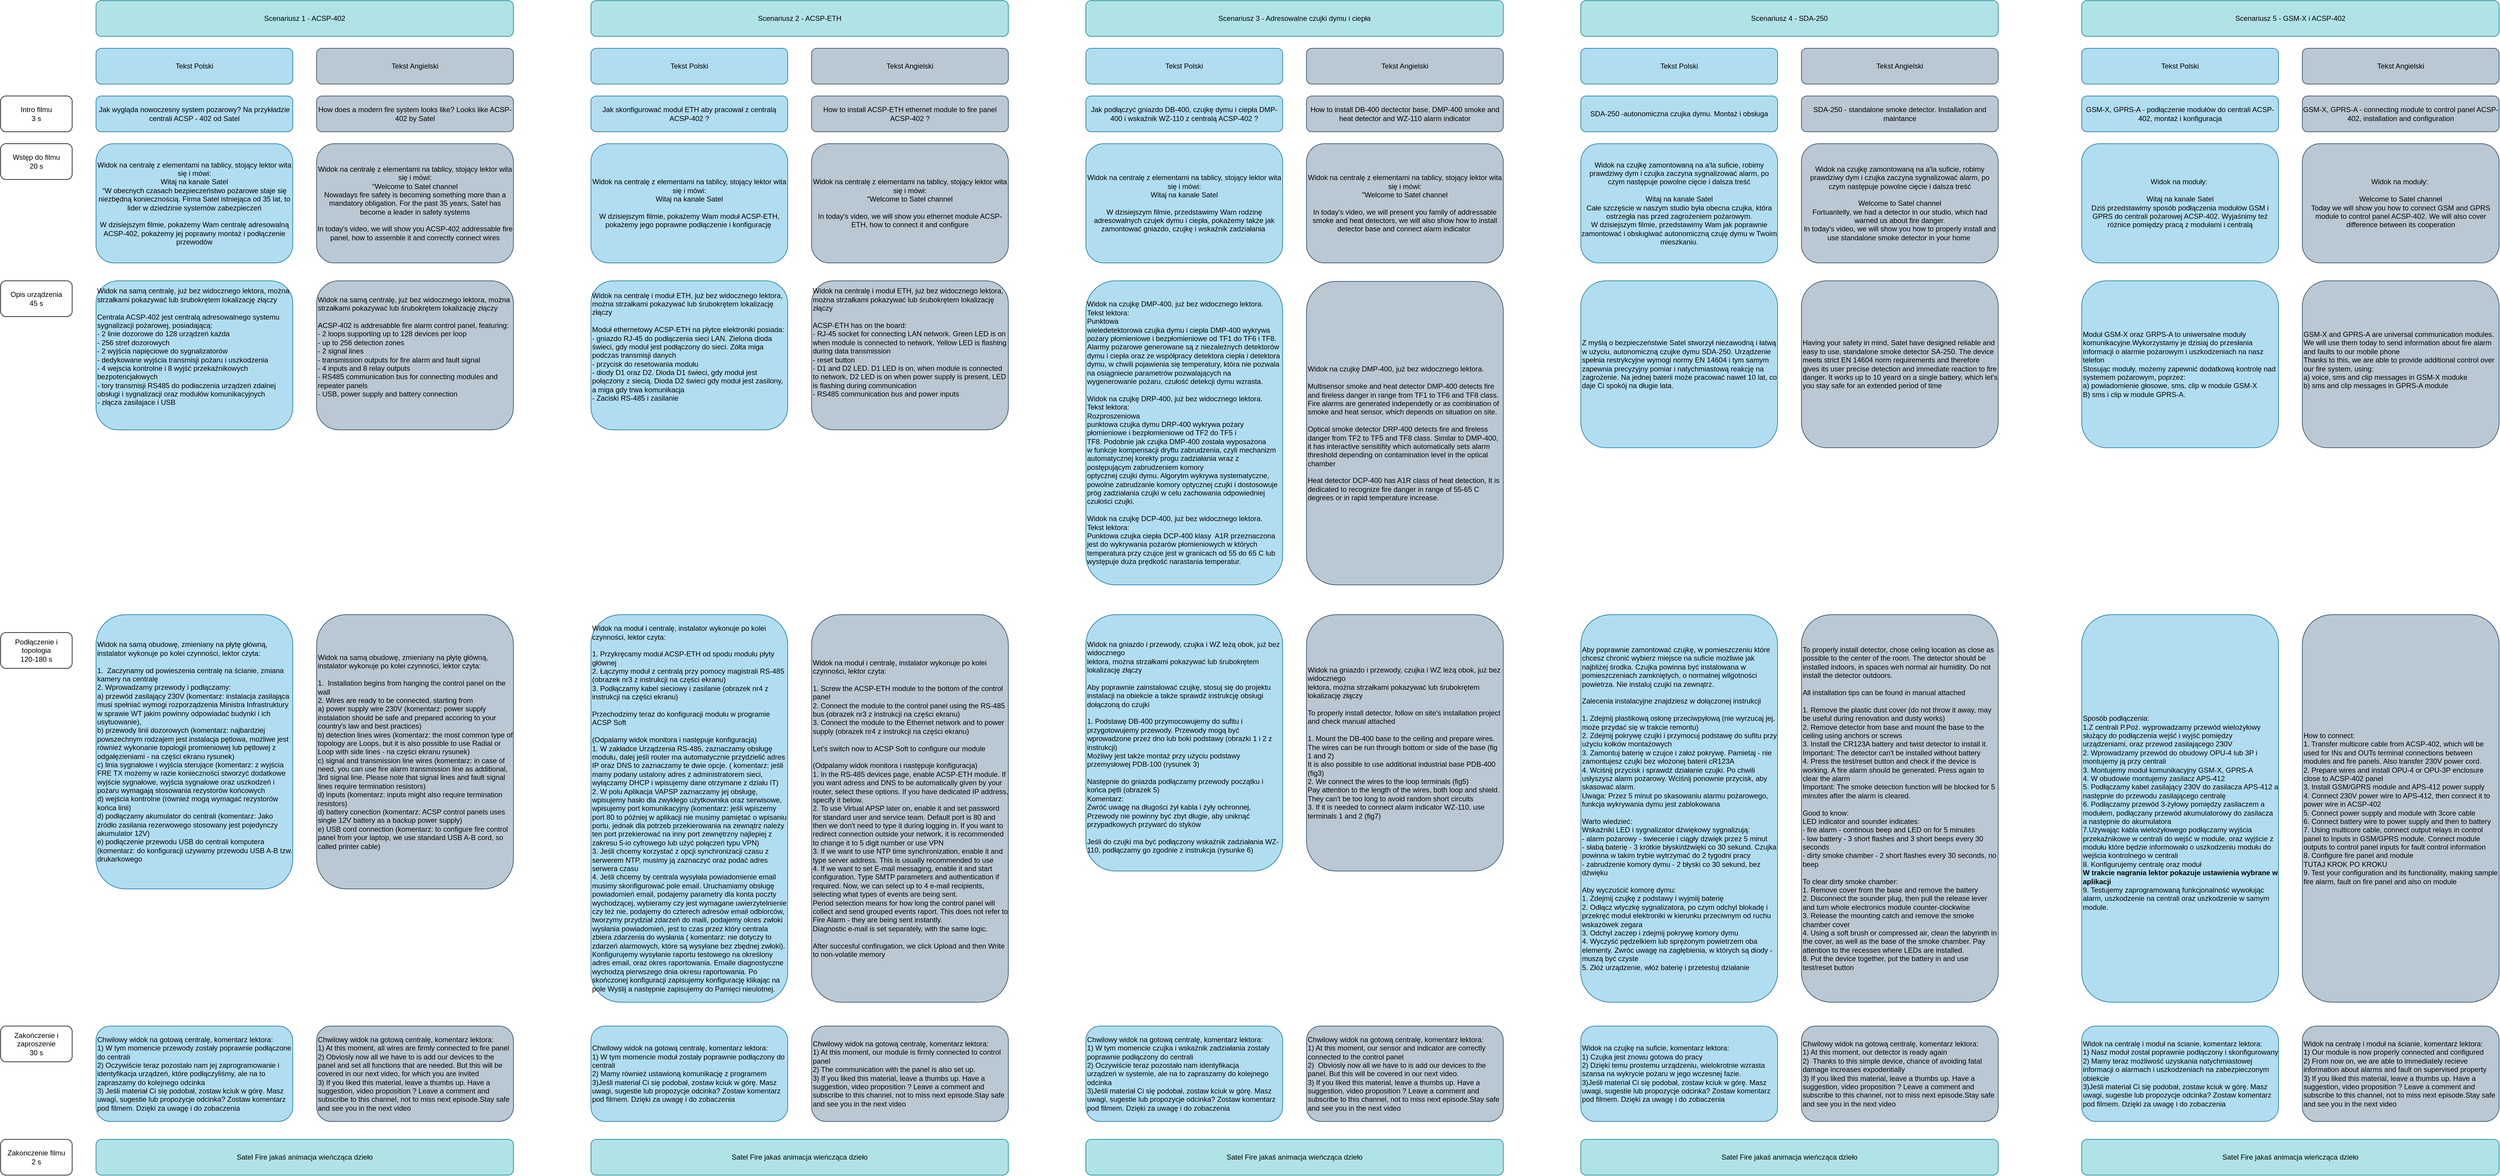
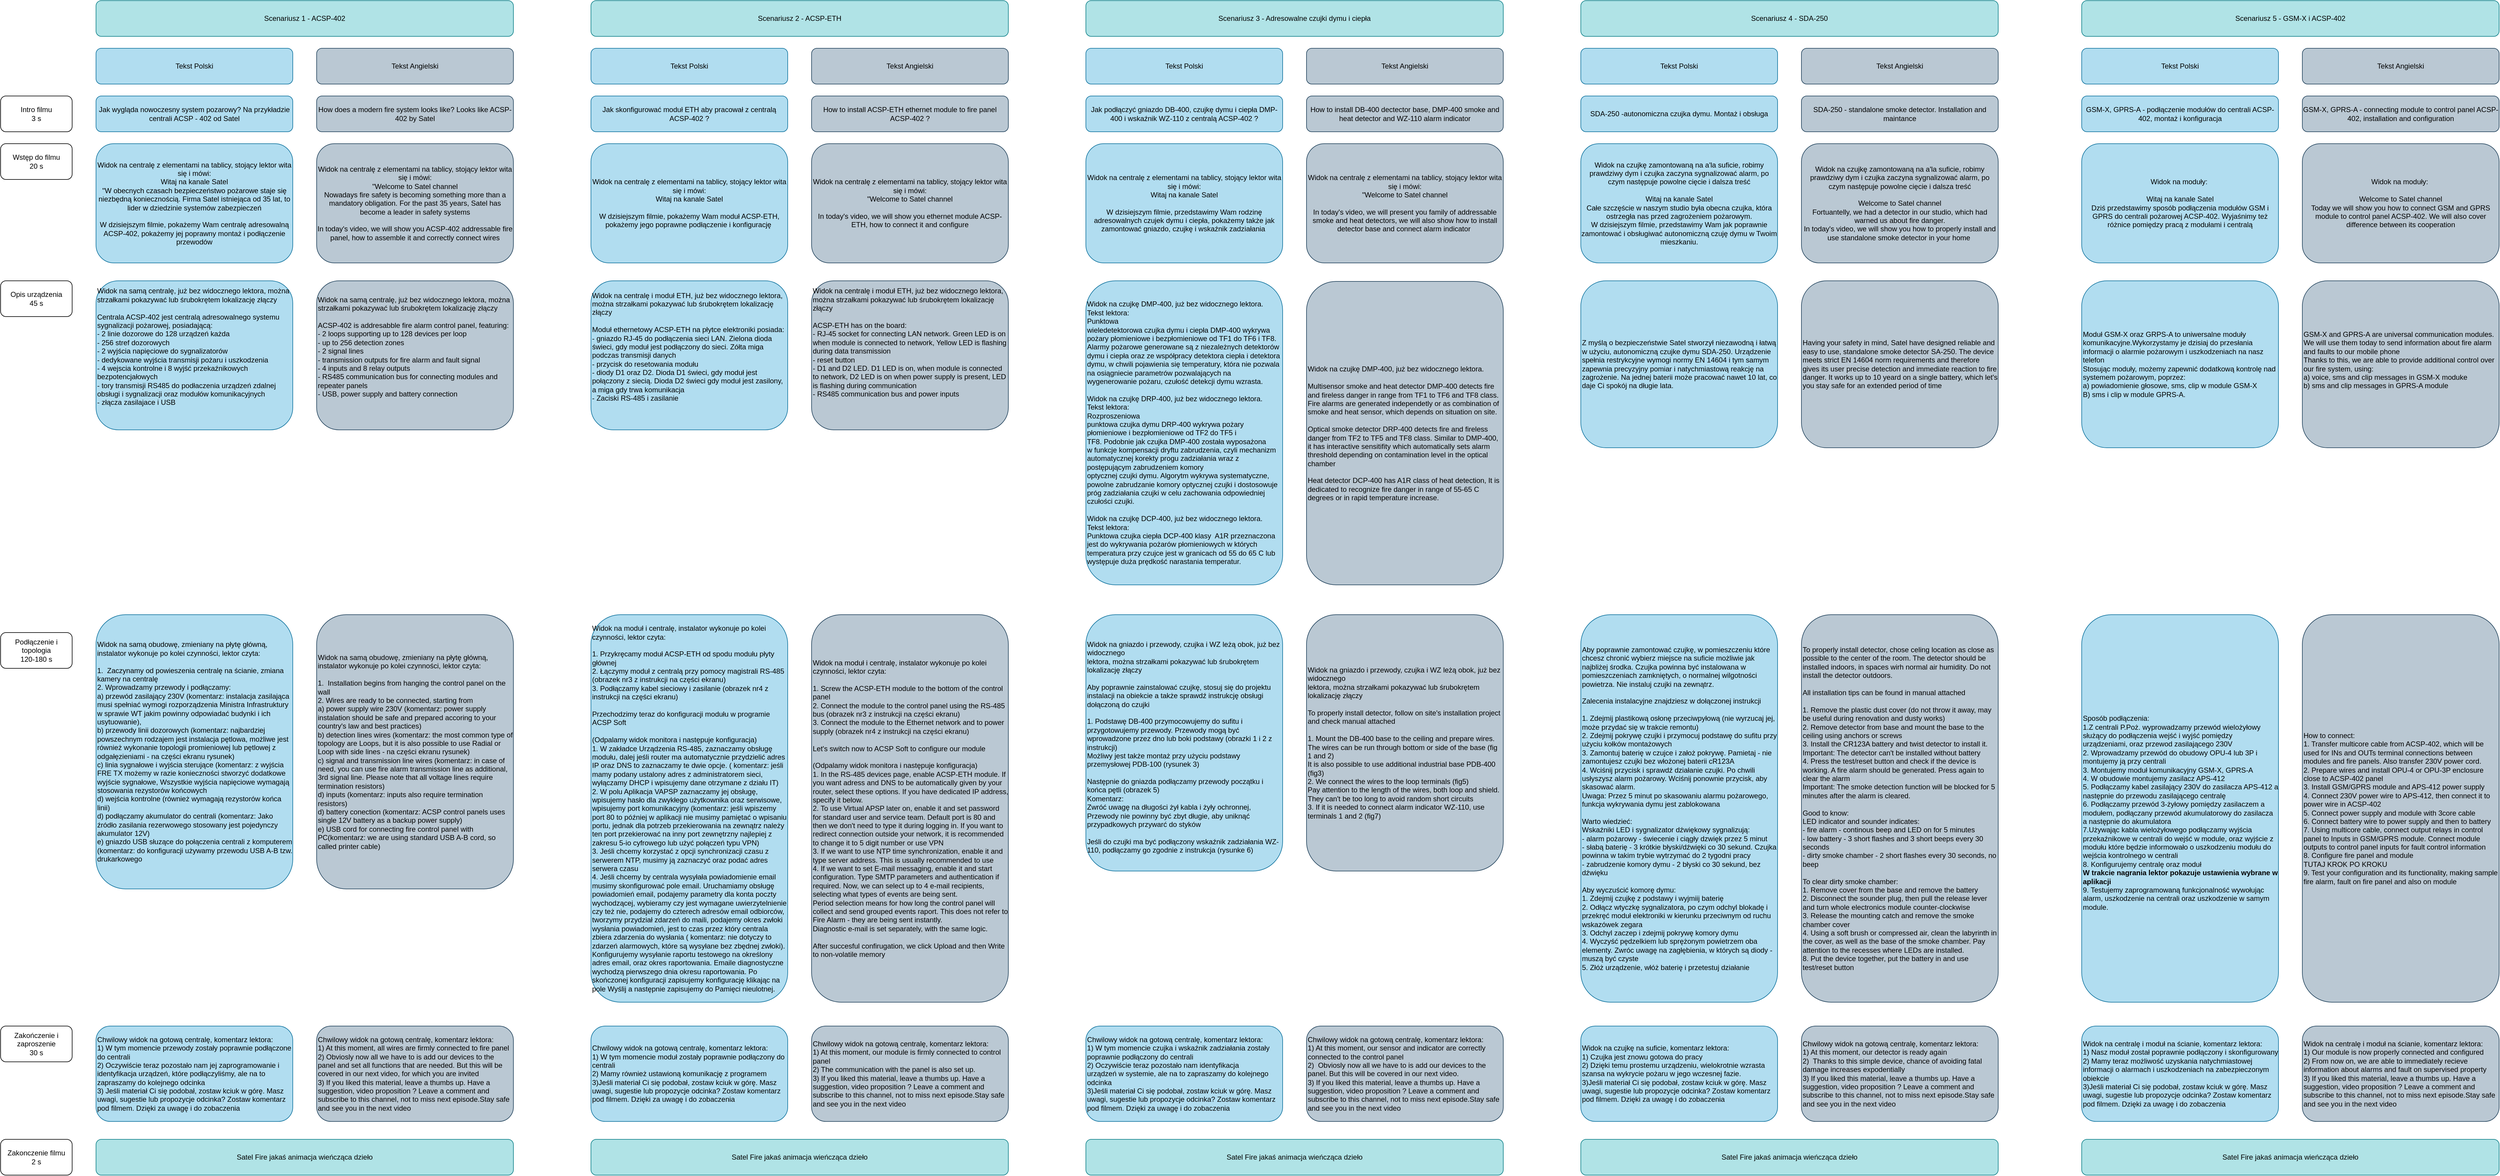
<mxfile host="app.diagrams.net">
  <diagram name="Strona-1" id="z8KAe0LmT8Zc7_pRFNcT">
-     <mxGraphModel dx="3213" dy="3315" grid="1" gridSize="10" guides="1" tooltips="1" connect="1" arrows="1" fold="1" page="1" pageScale="1" pageWidth="827" pageHeight="1169" math="0" shadow="0">
+     <mxGraphModel dx="520" dy="1884" grid="1" gridSize="10" guides="1" tooltips="1" connect="1" arrows="1" fold="1" page="1" pageScale="1" pageWidth="827" pageHeight="1169" math="0" shadow="0">
      <root>
        <mxCell id="0" />
        <mxCell id="1" parent="0" />
-         <mxCell id="0EHHFv7u1sgkDXgEne3z-1" parent="1" style="rounded=1;whiteSpace=wrap;html=1;align=left;fillColor=#b1ddf0;strokeColor=#10739e;" value="&lt;div align=&quot;left&quot;&gt;Widok na samą obudowę, zmieniany na płytę główną, instalator wykonuje po kolei czynności, lektor czyta:&lt;/div&gt;&lt;div align=&quot;left&quot;&gt;&lt;br&gt;&lt;/div&gt;&lt;div align=&quot;left&quot;&gt;1.&amp;nbsp; Zaczynamy od powieszenia centralę na ścianie, zmiana kamery na centralę&lt;/div&gt;&lt;div align=&quot;left&quot;&gt;2. Wprowadzamy przewody i podłączamy:&amp;nbsp;&lt;/div&gt;&lt;div align=&quot;left&quot;&gt;a) przewód zasilający 230V (komentarz: instalacja zasilająca musi spełniać wymogi rozporządzenia Ministra Infrastruktury w sprawie WT jakim powinny odpowiadać budynki i ich usytuowanie),&amp;nbsp;&lt;/div&gt;&lt;div align=&quot;left&quot;&gt;b) przewody linii dozorowych (komentarz: najbardziej powszechnym rodzajem jest instalacja pętlowa, możliwe jest również wykonanie topologii promieniowej lub pętlowej z odgałęzieniami - na części ekranu rysunek)&lt;/div&gt;&lt;div align=&quot;left&quot;&gt;c) linia sygnałowe i wyjścia sterujące (komentarz: z wyjścia FRE TX możemy w razie konieczności stworzyć dodatkowe wyjście sygnałowe, wyjścia sygnałowe oraz uszkodzeń i pożaru wymagają stosowania rezystorów końcowych&lt;/div&gt;&lt;div align=&quot;left&quot;&gt;d) wejścia kontrolne (również mogą wymagać rezystorów końca linii)&lt;/div&gt;&lt;div align=&quot;left&quot;&gt;d) podłączamy akumulator do centrali (komentarz:&amp;nbsp;Jako źródło zasilania rezerwowego stosowany jest pojedynczy akumulator 12V)&lt;/div&gt;&lt;div align=&quot;left&quot;&gt;e) podłączenie przewodu USB do centrali komputera (komentarz: do konfiguracji używamy przewodu USB A-B tzw. drukarkowego&lt;/div&gt;" vertex="1">
+         <mxCell id="0EHHFv7u1sgkDXgEne3z-1" parent="1" style="rounded=1;whiteSpace=wrap;html=1;align=left;fillColor=#b1ddf0;strokeColor=#10739e;" value="&lt;div align=&quot;left&quot;&gt;Widok na samą obudowę, zmieniany na płytę główną, instalator wykonuje po kolei czynności, lektor czyta:&lt;/div&gt;&lt;div align=&quot;left&quot;&gt;&lt;br&gt;&lt;/div&gt;&lt;div align=&quot;left&quot;&gt;1.&amp;nbsp; Zaczynamy od powieszenia centralę na ścianie, zmiana kamery na centralę&lt;/div&gt;&lt;div align=&quot;left&quot;&gt;2. Wprowadzamy przewody i podłączamy:&amp;nbsp;&lt;/div&gt;&lt;div align=&quot;left&quot;&gt;a) przewód zasilający 230V (komentarz: instalacja zasilająca musi spełniać wymogi rozporządzenia Ministra Infrastruktury w sprawie WT jakim powinny odpowiadać budynki i ich usytuowanie),&amp;nbsp;&lt;/div&gt;&lt;div align=&quot;left&quot;&gt;b) przewody linii dozorowych (komentarz: najbardziej powszechnym rodzajem jest instalacja pętlowa, możliwe jest również wykonanie topologii promieniowej lub pętlowej z odgałęzieniami - na części ekranu rysunek)&lt;/div&gt;&lt;div align=&quot;left&quot;&gt;c) linia sygnałowe i wyjścia sterujące (komentarz: z wyjścia FRE TX możemy w razie konieczności stworzyć dodatkowe wyjście sygnałowe, Wszystkie wyjścia napięciowe wymagają stosowania rezystorów końcowych&lt;/div&gt;&lt;div align=&quot;left&quot;&gt;d) wejścia kontrolne (również wymagają rezystorów końca linii)&lt;/div&gt;&lt;div align=&quot;left&quot;&gt;d) podłączamy akumulator do centrali (komentarz:&amp;nbsp;Jako źródło zasilania rezerwowego stosowany jest pojedynczy akumulator 12V)&lt;/div&gt;&lt;div align=&quot;left&quot;&gt;e) gniazdo USB słuzące do połączenia centrali z komputerem (komentarz: do konfiguracji używamy przewodu USB A-B tzw. drukarkowego&lt;/div&gt;" vertex="1">
          <mxGeometry height="460" width="330" x="1080" y="910" as="geometry" />
        </mxCell>
        <mxCell id="0EHHFv7u1sgkDXgEne3z-2" parent="1" style="rounded=1;whiteSpace=wrap;html=1;fillColor=#b1ddf0;strokeColor=#10739e;" value="&lt;div&gt;Jak wygląda nowoczesny system pozarowy? Na przykładzie centrali ACSP - 402 od Satel&lt;/div&gt;" vertex="1">
          <mxGeometry height="60" width="330" x="1080" y="40" as="geometry" />
        </mxCell>
        <mxCell id="0EHHFv7u1sgkDXgEne3z-3" parent="1" style="rounded=1;whiteSpace=wrap;html=1;" value="&lt;div&gt;Wstęp do filmu&lt;/div&gt;&lt;div&gt;20 s&lt;/div&gt;" vertex="1">
          <mxGeometry height="60" width="120" x="920" y="120" as="geometry" />
        </mxCell>
        <mxCell id="0EHHFv7u1sgkDXgEne3z-4" parent="1" style="rounded=1;whiteSpace=wrap;html=1;fillColor=#b1ddf0;strokeColor=#10739e;" value="&lt;div&gt;Widok na centralę z elementami na tablicy, stojący lektor wita się i mówi:&lt;/div&gt;&lt;div&gt;Witaj na kanale Satel&lt;/div&gt;&lt;div&gt;&quot;W obecnych czasach bezpieczeństwo pożarowe staje się niezbędną koniecznością. Firma Satel istniejąca od 35 lat, to lider w dziedzinie systemów zabezpieczeń&lt;/div&gt;&lt;div&gt;&lt;br&gt;&lt;/div&gt;&lt;div&gt;W dzisiejszym filmie, pokażemy Wam centralę adresowalną ACSP-402, pokażemy jej poprawny montaż i podłączenie przewodów&lt;/div&gt;" vertex="1">
          <mxGeometry height="200" width="330" x="1080" y="120" as="geometry" />
        </mxCell>
        <mxCell id="0EHHFv7u1sgkDXgEne3z-5" parent="1" style="rounded=1;whiteSpace=wrap;html=1;" value="&lt;div&gt;Opis urządzenia&lt;/div&gt;&lt;div&gt;45 s&lt;/div&gt;" vertex="1">
          <mxGeometry height="60" width="120" x="920" y="350" as="geometry" />
        </mxCell>
        <mxCell id="0EHHFv7u1sgkDXgEne3z-6" parent="1" style="rounded=1;whiteSpace=wrap;html=1;align=left;fillColor=#b1ddf0;strokeColor=#10739e;" value="&lt;div align=&quot;left&quot;&gt;Widok na samą centralę, już bez widocznego lektora, można strzałkami pokazywać lub śrubokrętem lokalizację złączy&lt;/div&gt;&lt;div align=&quot;left&quot;&gt;&lt;br&gt;&lt;/div&gt;&lt;div align=&quot;left&quot;&gt;Centrala ACSP-402 jest centralą adresowalnego systemu sygnalizacji pożarowej, posiadającą:&lt;/div&gt;&lt;div align=&quot;left&quot;&gt;- 2 linie dozorowe do 128 urządzeń każda&lt;/div&gt;&lt;div align=&quot;left&quot;&gt;- 256 stref dozorowych&lt;/div&gt;&lt;div align=&quot;left&quot;&gt;- 2 wyjścia napięciowe do sygnalizatorów&lt;/div&gt;&lt;div align=&quot;left&quot;&gt;- dedykowane wyjścia transmisji pożaru i uszkodzenia&lt;/div&gt;&lt;div align=&quot;left&quot;&gt;- 4 wejscia kontrolne i 8 wyjść przekaźnikowych bezpotencjałowych&lt;/div&gt;&lt;div align=&quot;left&quot;&gt;- tory transmisji RS485 do podłaczenia urządzeń zdalnej obsługi i sygnalizacji oraz modułów komunikacyjnych&amp;nbsp;&lt;/div&gt;&lt;div align=&quot;left&quot;&gt;- złącza zasilajace i USB&lt;/div&gt;&lt;div align=&quot;left&quot;&gt;&lt;br&gt;&lt;/div&gt;&lt;div align=&quot;left&quot;&gt;&lt;br&gt;&lt;/div&gt;" vertex="1">
          <mxGeometry height="250" width="330" x="1080" y="350" as="geometry" />
        </mxCell>
        <mxCell id="0EHHFv7u1sgkDXgEne3z-7" parent="1" style="rounded=1;whiteSpace=wrap;html=1;" value="&lt;div&gt;Podłączenie i topologia&lt;/div&gt;&lt;div&gt;120-180 s&lt;/div&gt;" vertex="1">
          <mxGeometry height="60" width="120" x="920" y="940" as="geometry" />
        </mxCell>
        <mxCell id="0EHHFv7u1sgkDXgEne3z-8" parent="1" style="rounded=1;whiteSpace=wrap;html=1;" value="&lt;div&gt;Intro filmu&lt;/div&gt;&lt;div&gt;3 s&lt;/div&gt;" vertex="1">
          <mxGeometry height="60" width="120" x="920" y="40" as="geometry" />
        </mxCell>
        <mxCell id="0EHHFv7u1sgkDXgEne3z-9" parent="1" style="rounded=1;whiteSpace=wrap;html=1;fillColor=#b1ddf0;strokeColor=#10739e;" value="Tekst Polski" vertex="1">
          <mxGeometry height="60" width="330" x="1080" y="-40" as="geometry" />
        </mxCell>
        <mxCell id="0EHHFv7u1sgkDXgEne3z-10" parent="1" style="rounded=1;whiteSpace=wrap;html=1;fillColor=#bac8d3;strokeColor=#23445d;" value="Tekst Angielski" vertex="1">
          <mxGeometry height="60" width="330" x="1450" y="-40" as="geometry" />
        </mxCell>
        <mxCell id="0EHHFv7u1sgkDXgEne3z-11" parent="1" style="rounded=1;whiteSpace=wrap;html=1;fillColor=#b0e3e6;strokeColor=#0e8088;" value="Scenariusz 1 - ACSP-402" vertex="1">
          <mxGeometry height="60" width="700" x="1080" y="-120" as="geometry" />
        </mxCell>
        <mxCell id="0EHHFv7u1sgkDXgEne3z-12" parent="1" style="rounded=1;whiteSpace=wrap;html=1;" value="&lt;div&gt;Zakończenie i zaproszenie&lt;/div&gt;&lt;div&gt;30 s&lt;/div&gt;" vertex="1">
          <mxGeometry height="60" width="120" x="920" y="1600" as="geometry" />
        </mxCell>
        <mxCell id="0EHHFv7u1sgkDXgEne3z-13" parent="1" style="rounded=1;whiteSpace=wrap;html=1;align=left;fillColor=#b1ddf0;strokeColor=#10739e;" value="&lt;div&gt;Chwilowy widok na gotową centralę, komentarz lektora:&lt;/div&gt;&lt;div&gt;1) W tym momencie przewody zostały poprawnie podłączone do centrali&lt;/div&gt;&lt;div&gt;2) Oczywiście teraz pozostało nam jej zaprogramowanie i identyfikacja urządzeń, które podłączyliśmy, ale na to zapraszamy do kolejnego odcinka&lt;/div&gt;&lt;div&gt;3) Jeśli materiał Ci się podobał, zostaw kciuk w górę. Masz uwagi, sugestie lub propozycje odcinka? Zostaw komentarz pod filmem. Dzięki za uwagę i do zobaczenia&lt;/div&gt;" vertex="1">
          <mxGeometry height="160" width="330" x="1080" y="1600" as="geometry" />
        </mxCell>
        <mxCell id="0EHHFv7u1sgkDXgEne3z-14" parent="1" style="rounded=1;whiteSpace=wrap;html=1;fillColor=#b0e3e6;strokeColor=#0e8088;" value="Satel Fire jakaś animacja wieńcząca dzieło" vertex="1">
          <mxGeometry height="60" width="700" x="1080" y="1790" as="geometry" />
        </mxCell>
        <mxCell id="0EHHFv7u1sgkDXgEne3z-15" parent="1" style="rounded=1;whiteSpace=wrap;html=1;" value="&lt;div&gt;Zakonczenie filmu&lt;/div&gt;&lt;div&gt;2 s&lt;/div&gt;" vertex="1">
          <mxGeometry height="60" width="120" x="920" y="1790" as="geometry" />
        </mxCell>
        <mxCell id="0EHHFv7u1sgkDXgEne3z-16" parent="1" style="rounded=1;whiteSpace=wrap;html=1;align=left;fillColor=#bac8d3;strokeColor=#23445d;" value="&lt;div&gt;Chwilowy widok na gotową centralę, komentarz lektora:&lt;/div&gt;&lt;div&gt;1) At this moment, all wires are firmly connected to fire panel&lt;/div&gt;&lt;div&gt;2) Obviosly now all we have to is add our devices to the panel and set all functions that are needed. But this will be covered in our next video, for which you are invited&amp;nbsp;&lt;/div&gt;&lt;div&gt;3) If you liked this material, leave a thumbs up. Have a suggestion, video proposition ? Leave a comment and subscribe to this channel, not to miss next episode.Stay safe and see you in the next video&lt;/div&gt;" vertex="1">
          <mxGeometry height="160" width="330" x="1450" y="1600" as="geometry" />
        </mxCell>
        <mxCell id="0EHHFv7u1sgkDXgEne3z-17" parent="1" style="rounded=1;whiteSpace=wrap;html=1;fillColor=#bac8d3;strokeColor=#23445d;" value="How does a modern fire system looks like? Looks like ACSP-402 by Satel" vertex="1">
          <mxGeometry height="60" width="330" x="1450" y="40" as="geometry" />
        </mxCell>
        <mxCell id="0EHHFv7u1sgkDXgEne3z-18" parent="1" style="rounded=1;whiteSpace=wrap;html=1;fillColor=#bac8d3;strokeColor=#23445d;" value="&lt;div&gt;Widok na centralę z elementami na tablicy, stojący lektor wita się i mówi:&lt;/div&gt;&lt;div&gt;&quot;Welcome to Satel channel&lt;/div&gt;&lt;div&gt;Nowadays fire safety is becoming something more than a mandatory obligation. For the past 35 years, Satel has become a leader in safety systems&lt;/div&gt;&lt;div&gt;&lt;br&gt;&lt;/div&gt;&lt;div&gt;In today&#39;s video, we will show you ACSP-402 addressable fire panel, how to assemble it and correctly connect wires&lt;/div&gt;" vertex="1">
          <mxGeometry height="200" width="330" x="1450" y="120" as="geometry" />
        </mxCell>
        <mxCell id="0EHHFv7u1sgkDXgEne3z-19" parent="1" style="rounded=1;whiteSpace=wrap;html=1;align=left;fillColor=#bac8d3;strokeColor=#23445d;" value="&lt;div align=&quot;left&quot;&gt;Widok na samą centralę, już bez widocznego lektora, można strzałkami pokazywać lub śrubokrętem lokalizację złączy&lt;/div&gt;&lt;div align=&quot;left&quot;&gt;&lt;br&gt;&lt;/div&gt;&lt;div align=&quot;left&quot;&gt;ACSP-402&amp;nbsp;is addresabble fire alarm control panel, featuring:&lt;/div&gt;&lt;div align=&quot;left&quot;&gt;- 2 loops supporting up to 128 devices per loop&lt;/div&gt;&lt;div align=&quot;left&quot;&gt;- up to 256 detection zones&lt;/div&gt;&lt;div align=&quot;left&quot;&gt;- 2 signal lines&lt;/div&gt;&lt;div align=&quot;left&quot;&gt;- transmission outputs for fire alarm and fault signal&lt;/div&gt;&lt;div align=&quot;left&quot;&gt;- 4 inputs and 8 relay outputs&lt;/div&gt;&lt;div align=&quot;left&quot;&gt;- RS485 communication bus for connecting modules and repeater panels&amp;nbsp;&lt;/div&gt;&lt;div align=&quot;left&quot;&gt;- USB, power supply and battery connection&lt;/div&gt;&lt;div align=&quot;left&quot;&gt;&lt;br&gt;&lt;/div&gt;&lt;div align=&quot;left&quot;&gt;&lt;br&gt;&lt;/div&gt;" vertex="1">
          <mxGeometry height="250" width="330" x="1450" y="350" as="geometry" />
        </mxCell>
-         <mxCell id="0EHHFv7u1sgkDXgEne3z-20" parent="1" style="rounded=1;whiteSpace=wrap;html=1;align=left;fillColor=#bac8d3;strokeColor=#23445d;" value="&lt;div align=&quot;left&quot;&gt;Widok na samą obudowę, zmieniany na płytę główną, instalator wykonuje po kolei czynności, lektor czyta:&lt;/div&gt;&lt;div align=&quot;left&quot;&gt;&lt;br&gt;&lt;/div&gt;&lt;div align=&quot;left&quot;&gt;1.&amp;nbsp; Installation begins from hanging the control panel on the wall&lt;/div&gt;&lt;div align=&quot;left&quot;&gt;2. Wires are ready to be connected, starting from&lt;/div&gt;&lt;div align=&quot;left&quot;&gt;a) power supply wire 230V (komentarz: power supply instalation should be safe and prepared accoring to your country&#39;s law and best practices)&lt;/div&gt;&lt;div align=&quot;left&quot;&gt;b) detection lines wires (komentarz: the most common type of topology are Loops, but it is also possible to use Radial or Loop with side lines - na części ekranu rysunek)&lt;/div&gt;&lt;div align=&quot;left&quot;&gt;c) signal and transmission line wires (komentarz: in case of need, you can use fire alarm transmission line as additional, 3rd signal line. Please note that signal lines and fault signal lines require termination resistors)&lt;/div&gt;&lt;div align=&quot;left&quot;&gt;d) inputs (komentarz: inputs might also require termination resistors)&lt;/div&gt;&lt;div align=&quot;left&quot;&gt;d) battery conection (komentarz: ACSP control panels uses single 12V battery as a backup power supply)&lt;/div&gt;&lt;div align=&quot;left&quot;&gt;e) USB cord connection (komentarz: to configure fire control panel from your laptop, we use standard USB A-B cord, so called printer cable)&lt;/div&gt;" vertex="1">
+         <mxCell id="0EHHFv7u1sgkDXgEne3z-20" parent="1" style="rounded=1;whiteSpace=wrap;html=1;align=left;fillColor=#bac8d3;strokeColor=#23445d;" value="&lt;div align=&quot;left&quot;&gt;Widok na samą obudowę, zmieniany na płytę główną, instalator wykonuje po kolei czynności, lektor czyta:&lt;/div&gt;&lt;div align=&quot;left&quot;&gt;&lt;br&gt;&lt;/div&gt;&lt;div align=&quot;left&quot;&gt;1.&amp;nbsp; Installation begins from hanging the control panel on the wall&lt;/div&gt;&lt;div align=&quot;left&quot;&gt;2. Wires are ready to be connected, starting from&lt;/div&gt;&lt;div align=&quot;left&quot;&gt;a) power supply wire 230V (komentarz: power supply instalation should be safe and prepared accoring to your country&#39;s law and best practices)&lt;/div&gt;&lt;div align=&quot;left&quot;&gt;b) detection lines wires (komentarz: the most common type of topology are Loops, but it is also possible to use Radial or Loop with side lines - na części ekranu rysunek)&lt;/div&gt;&lt;div align=&quot;left&quot;&gt;c) signal and transmission line wires (komentarz: in case of need, you can use fire alarm transmission line as additional, 3rd signal line. Please note that all voltage lines require termination resistors)&lt;/div&gt;&lt;div align=&quot;left&quot;&gt;d) inputs (komentarz: inputs also require termination resistors)&lt;/div&gt;&lt;div align=&quot;left&quot;&gt;d) battery conection (komentarz: ACSP control panels uses single 12V battery as a backup power supply)&lt;/div&gt;&lt;div align=&quot;left&quot;&gt;e) USB cord for connecting fire control panel with PC(komentarz: we are using standard USB A-B cord, so called printer cable)&lt;/div&gt;" vertex="1">
          <mxGeometry height="460" width="330" x="1450" y="910" as="geometry" />
        </mxCell>
        <mxCell id="6_1prXv-E_gUM5x_UOCS-1" parent="1" style="rounded=1;whiteSpace=wrap;html=1;align=left;fillColor=#b1ddf0;strokeColor=#10739e;" value="&lt;div align=&quot;left&quot;&gt;Widok na moduł i centralę, instalator wykonuje po kolei czynności, lektor czyta:&lt;/div&gt;&lt;div align=&quot;left&quot;&gt;&lt;br&gt;&lt;/div&gt;&lt;div align=&quot;left&quot;&gt;1. Przykręcamy moduł ACSP-ETH od spodu modułu płyty głównej&lt;/div&gt;&lt;div align=&quot;left&quot;&gt;2. Łączymy moduł z centralą przy pomocy magistrali RS-485 (obrazek nr3 z instrukcji na części ekranu)&lt;/div&gt;&lt;div align=&quot;left&quot;&gt;3. Podłączamy kabel sieciowy i zasilanie (obrazek nr4 z instrukcji na części ekranu)&amp;nbsp;&lt;/div&gt;&lt;div align=&quot;left&quot;&gt;&lt;br&gt;&lt;/div&gt;&lt;div align=&quot;left&quot;&gt;Przechodzimy teraz do konfiguracji modułu w programie ACSP Soft&lt;/div&gt;&lt;div align=&quot;left&quot;&gt;&lt;br&gt;&lt;/div&gt;&lt;div align=&quot;left&quot;&gt;(Odpalamy widok monitora i następuje konfiguracja)&lt;/div&gt;&lt;div align=&quot;left&quot;&gt;1. W zakładce Urządzenia RS-485, zaznaczamy obsługę modułu, dalej jeśli router ma automatycznie przydzielić adres IP oraz DNS to zaznaczamy te dwie opcje. ( komentarz: jeśli mamy podany ustalony adres z administratorem sieci, wyłączamy DHCP i wpisujemy dane otrzymane z działu IT)&lt;/div&gt;&lt;div align=&quot;left&quot;&gt;2. W polu Aplikacja VAPSP zaznaczamy jej obsługę, wpisujemy hasło dla zwykłego użytkownika oraz serwisowe, wpisujemy port komunikacyjny (komentarz: jeśli wpiszemy port 80 to później w aplikacji nie musimy pamiętać o wpisaniu portu, jednak dla potrzeb przekierowania na zewnątrz należy ten port przekierować na inny port zewnętrzny najlepiej z zakresu 5-io cyfrowego lub użyć połączeń typu VPN)&lt;/div&gt;&lt;div align=&quot;left&quot;&gt;3. Jeśli chcemy korzystać z opcji synchronizacji czasu z serwerem NTP, musimy ją zaznaczyć oraz podać adres serwera czasu&lt;/div&gt;&lt;div align=&quot;left&quot;&gt;4. Jeśli chcemy by centrala wysyłała powiadomienie email musimy skonfigurować pole email. Uruchamiamy obsługę powiadomień email, podajemy parametry dla konta poczty wychodzącej, wybieramy czy jest wymagane uwierzytelnienie czy też nie, podajemy do czterech adresów email odbiorców, tworzymy przydział zdarzeń do maili, podajemy okres zwłoki wysłania powiadomień, jest to czas przez który centrala zbiera zdarzenia do wysłania ( komentarz: nie dotyczy to zdarzeń alarmowych, które są wysyłane bez zbędnej zwłoki). Konfigurujemy wysyłanie raportu testowego na określony adres email, oraz okres raportowania. Emaile diagnostyczne wychodzą pierwszego dnia okresu raportowania. Po skończonej konfiguracji zapisujemy konfigurację klikając na pole Wyślij a następnie zapisujemy do Pamięci nieulotnej.&lt;/div&gt;" vertex="1">
          <mxGeometry height="650" width="330" x="1910" y="910" as="geometry" />
        </mxCell>
        <mxCell id="6_1prXv-E_gUM5x_UOCS-2" parent="1" style="rounded=1;whiteSpace=wrap;html=1;fillColor=#b1ddf0;strokeColor=#10739e;" value="Jak skonfigurować moduł ETH aby pracował z centralą ACSP-402 ?" vertex="1">
          <mxGeometry height="60" width="330" x="1910" y="40" as="geometry" />
        </mxCell>
        <mxCell id="6_1prXv-E_gUM5x_UOCS-3" parent="1" style="rounded=1;whiteSpace=wrap;html=1;fillColor=#b1ddf0;strokeColor=#10739e;" value="&lt;div&gt;Widok na centralę z elementami na tablicy, stojący lektor wita się i mówi:&lt;/div&gt;&lt;div&gt;Witaj na kanale Satel&lt;/div&gt;&lt;div&gt;&lt;br&gt;&lt;/div&gt;&lt;div&gt;W dzisiejszym filmie, pokażemy Wam moduł ACSP-ETH, pokażemy jego poprawne podłączenie i konfigurację&amp;nbsp;&lt;/div&gt;" vertex="1">
          <mxGeometry height="200" width="330" x="1910" y="120" as="geometry" />
        </mxCell>
        <mxCell id="6_1prXv-E_gUM5x_UOCS-4" parent="1" style="rounded=1;whiteSpace=wrap;html=1;align=left;fillColor=#b1ddf0;strokeColor=#10739e;" value="&lt;div align=&quot;left&quot;&gt;Widok na centralę i moduł ETH, już bez widocznego lektora, można strzałkami pokazywać lub śrubokrętem lokalizację złączy&lt;/div&gt;&lt;div align=&quot;left&quot;&gt;&lt;br&gt;&lt;/div&gt;&lt;div align=&quot;left&quot;&gt;Moduł ethernetowy ACSP-ETH na płytce elektroniki posiada:&lt;/div&gt;&lt;div align=&quot;left&quot;&gt;- gniazdo RJ-45 do podłączenia sieci LAN. Zielona dioda świeci, gdy moduł jest podłączony do sieci. Zółta miga podczas transmisji danych&lt;/div&gt;&lt;div align=&quot;left&quot;&gt;- przycisk do resetowania modułu&lt;/div&gt;&lt;div align=&quot;left&quot;&gt;- diody D1 oraz D2. Dioda D1 świeci, gdy moduł jest połączony z siecią. Dioda D2 świeci gdy moduł jest zasilony, a miga gdy trwa komunikacja&lt;/div&gt;&lt;div align=&quot;left&quot;&gt;- Zaciski RS-485 i zasilanie&lt;/div&gt;&lt;div align=&quot;left&quot;&gt;&lt;br&gt;&lt;/div&gt;&lt;div align=&quot;left&quot;&gt;&lt;br&gt;&lt;/div&gt;" vertex="1">
          <mxGeometry height="250" width="330" x="1910" y="350" as="geometry" />
        </mxCell>
        <mxCell id="6_1prXv-E_gUM5x_UOCS-5" parent="1" style="rounded=1;whiteSpace=wrap;html=1;fillColor=#b1ddf0;strokeColor=#10739e;" value="Tekst Polski" vertex="1">
          <mxGeometry height="60" width="330" x="1910" y="-40" as="geometry" />
        </mxCell>
        <mxCell id="6_1prXv-E_gUM5x_UOCS-6" parent="1" style="rounded=1;whiteSpace=wrap;html=1;fillColor=#bac8d3;strokeColor=#23445d;" value="Tekst Angielski" vertex="1">
          <mxGeometry height="60" width="330" x="2280" y="-40" as="geometry" />
        </mxCell>
        <mxCell id="6_1prXv-E_gUM5x_UOCS-7" parent="1" style="rounded=1;whiteSpace=wrap;html=1;fillColor=#b0e3e6;strokeColor=#0e8088;" value="Scenariusz 2 - ACSP-ETH" vertex="1">
          <mxGeometry height="60" width="700" x="1910" y="-120" as="geometry" />
        </mxCell>
        <mxCell id="6_1prXv-E_gUM5x_UOCS-8" parent="1" style="rounded=1;whiteSpace=wrap;html=1;align=left;fillColor=#b1ddf0;strokeColor=#10739e;" value="&lt;div&gt;Chwilowy widok na gotową centralę, komentarz lektora:&lt;/div&gt;&lt;div&gt;1) W tym momencie moduł zostały poprawnie podłączony do centrali&lt;/div&gt;&lt;div&gt;2) Mamy również ustawioną komunikację z programem&lt;/div&gt;&lt;div&gt;3)Jeśli materiał Ci się podobał, zostaw kciuk w górę. Masz uwagi, sugestie lub propozycje odcinka? Zostaw komentarz pod filmem. Dzięki za uwagę i do zobaczenia&lt;/div&gt;" vertex="1">
          <mxGeometry height="160" width="330" x="1910" y="1600" as="geometry" />
        </mxCell>
        <mxCell id="6_1prXv-E_gUM5x_UOCS-9" parent="1" style="rounded=1;whiteSpace=wrap;html=1;fillColor=#b0e3e6;strokeColor=#0e8088;" value="Satel Fire jakaś animacja wieńcząca dzieło" vertex="1">
          <mxGeometry height="60" width="700" x="1910" y="1790" as="geometry" />
        </mxCell>
        <mxCell id="6_1prXv-E_gUM5x_UOCS-10" parent="1" style="rounded=1;whiteSpace=wrap;html=1;align=left;fillColor=#bac8d3;strokeColor=#23445d;" value="&lt;div&gt;Chwilowy widok na gotową centralę, komentarz lektora:&lt;/div&gt;&lt;div&gt;1) At this moment, our module is firmly connected to control panel&lt;/div&gt;&lt;div&gt;2) The communication with the panel is also set up.&lt;/div&gt;&lt;div&gt;3) If you liked this material, leave a thumbs up. Have a suggestion, video proposition ? Leave a comment and subscribe to this channel, not to miss next episode.Stay safe and see you in the next video&lt;/div&gt;" vertex="1">
          <mxGeometry height="160" width="330" x="2280" y="1600" as="geometry" />
        </mxCell>
        <mxCell id="6_1prXv-E_gUM5x_UOCS-11" parent="1" style="rounded=1;whiteSpace=wrap;html=1;fillColor=#bac8d3;strokeColor=#23445d;" value="How to install ACSP-ETH ethernet module to fire panel ACSP-402 ?" vertex="1">
          <mxGeometry height="60" width="330" x="2280" y="40" as="geometry" />
        </mxCell>
        <mxCell id="6_1prXv-E_gUM5x_UOCS-12" parent="1" style="rounded=1;whiteSpace=wrap;html=1;fillColor=#bac8d3;strokeColor=#23445d;" value="&lt;div&gt;Widok na centralę z elementami na tablicy, stojący lektor wita się i mówi:&lt;/div&gt;&lt;div&gt;&quot;Welcome to Satel channel&lt;/div&gt;&lt;div&gt;&lt;br&gt;&lt;/div&gt;&lt;div&gt;In today&#39;s video, we will show you ethernet module ACSP-ETH, how to connect it and configure&lt;/div&gt;" vertex="1">
          <mxGeometry height="200" width="330" x="2280" y="120" as="geometry" />
        </mxCell>
        <mxCell id="6_1prXv-E_gUM5x_UOCS-13" parent="1" style="rounded=1;whiteSpace=wrap;html=1;align=left;fillColor=#bac8d3;strokeColor=#23445d;" value="&lt;div align=&quot;left&quot;&gt;Widok na centralę i moduł ETH, już bez widocznego lektora, można strzałkami pokazywać lub śrubokrętem lokalizację złączy&lt;/div&gt;&lt;div align=&quot;left&quot;&gt;&lt;br&gt;&lt;/div&gt;&lt;div align=&quot;left&quot;&gt;ACSP-ETH has on the board:&lt;/div&gt;&lt;div align=&quot;left&quot;&gt;- RJ-45 socket for connecting LAN network. Green LED is on when module is connected to network, Yellow LED is flashing during data transmission&lt;/div&gt;&lt;div align=&quot;left&quot;&gt;- reset button&lt;/div&gt;&lt;div align=&quot;left&quot;&gt;- D1 and D2 LED. D1 LED is on, when module is connected to network, D2 LED is on when power supply is present, LED is flashing during communication&lt;/div&gt;&lt;div align=&quot;left&quot;&gt;-&amp;nbsp;RS485 communication bus and power inputs&lt;/div&gt;&lt;div align=&quot;left&quot;&gt;&lt;br&gt;&lt;/div&gt;&lt;div align=&quot;left&quot;&gt;&lt;br&gt;&lt;br&gt;&lt;/div&gt;" vertex="1">
          <mxGeometry height="250" width="330" x="2280" y="350" as="geometry" />
        </mxCell>
        <mxCell id="6_1prXv-E_gUM5x_UOCS-14" parent="1" style="rounded=1;whiteSpace=wrap;html=1;align=left;fillColor=#bac8d3;strokeColor=#23445d;" value="&lt;br&gt;&lt;div align=&quot;left&quot;&gt;Widok na moduł i centralę, instalator wykonuje po kolei czynności, lektor czyta:&lt;/div&gt;&lt;div align=&quot;left&quot;&gt;&lt;br&gt;&lt;/div&gt;&lt;div align=&quot;left&quot;&gt;1. Screw the ACSP-ETH module to the bottom of the control panel&lt;/div&gt;&lt;div align=&quot;left&quot;&gt;2. Connect the module to the control panel using the RS-485 bus (obrazek nr3 z instrukcji na części ekranu)&lt;div align=&quot;left&quot;&gt;3. Connect the module to the Ethernet network and to power supply (obrazek nr4 z instrukcji na części ekranu)&amp;nbsp;&lt;/div&gt;&lt;/div&gt;&lt;div align=&quot;left&quot;&gt;&lt;br&gt;&lt;/div&gt;&lt;div align=&quot;left&quot;&gt;Let&#39;s switch now to ACSP Soft to configure our module&lt;/div&gt;&lt;div align=&quot;left&quot;&gt;&lt;br&gt;&lt;/div&gt;&lt;div align=&quot;left&quot;&gt;(Odpalamy widok monitora i następuje konfiguracja)&lt;/div&gt;&lt;div align=&quot;left&quot;&gt;1. In the RS-485 devices page, enable ACSP-ETH module. If you want adress and DNS to be automatically given by your router, select these options. If you have dedicated IP address, specify it below.&lt;/div&gt;&lt;div align=&quot;left&quot;&gt;2. To use Virtual APSP later on, enable it and set password for standard user and service team. Default port is 80 and then we don&#39;t need to type it during logging in. If you want to redirect connection outside your network, it is recommended to change it to 5 digit number or use VPN&lt;/div&gt;&lt;div align=&quot;left&quot;&gt;3. If we want to use NTP time synchronization, enable it and type server address. This is usually recommended to use&lt;/div&gt;&lt;div align=&quot;left&quot;&gt;4. If we want to set E-mail messaging, enable it and start configuration. Type SMTP parameters and authentication if required. Now, we can select up to 4 e-mail recipients, selecting what types of events are being sent.&lt;/div&gt;&lt;div align=&quot;left&quot;&gt;Period selection means for how long the control panel will collect and send grouped events raport. This does not refer to Fire Alarm - they are being sent instantly.&lt;/div&gt;&lt;div align=&quot;left&quot;&gt;Diagnostic e-mail is set separately, with the same logic.&lt;/div&gt;&lt;div align=&quot;left&quot;&gt;&lt;br&gt;&lt;/div&gt;&lt;div align=&quot;left&quot;&gt;After succesful confirugation, we click Upload and then Write to non-volatile memory&lt;/div&gt;&lt;div&gt;&lt;br&gt;&lt;/div&gt;" vertex="1">
          <mxGeometry height="650" width="330" x="2280" y="910" as="geometry" />
        </mxCell>
        <mxCell id="0qluF64Sdjj_I7BYTujH-1" parent="1" style="rounded=1;whiteSpace=wrap;html=1;align=left;fillColor=#b1ddf0;strokeColor=#10739e;" value="&lt;br&gt;&lt;div align=&quot;left&quot;&gt;&lt;div&gt;&lt;span style=&quot;background-color: transparent; color: light-dark(rgb(0, 0, 0), rgb(255, 255, 255));&quot;&gt;&lt;br&gt;&lt;/span&gt;&lt;/div&gt;&lt;/div&gt;&lt;div align=&quot;left&quot;&gt;Widok na gniazdo i przewody, czujka i WZ leżą obok, już bez widocznego &lt;br&gt;lektora, można strzałkami pokazywać lub śrubokrętem lokalizację złączy&lt;/div&gt;&lt;div align=&quot;left&quot;&gt;&lt;br&gt;&lt;/div&gt;&lt;div align=&quot;left&quot;&gt;Aby poprawnie zainstalować czujkę, stosuj się do projektu instalacji na obiekcie a także sprawdź instrukcję obsługi dołączoną do czujki&lt;/div&gt;&lt;div align=&quot;left&quot;&gt;&lt;br&gt;&lt;/div&gt;&lt;div align=&quot;left&quot;&gt;1. Podstawę DB-400 przymocowujemy do sufitu i przygotowujemy przewody. Przewody mogą być wprowadzone przez dno lub boki podstawy&amp;nbsp;(obrazki 1 i 2 z instrukcji) &lt;br&gt;Możliwy jest&amp;nbsp;także montaż przy użyciu podstawy przemysłowej PDB-100 (rysunek 3)&lt;/div&gt;&lt;div align=&quot;left&quot;&gt;&lt;br&gt;&lt;/div&gt;&lt;div align=&quot;left&quot;&gt;Następnie do gniazda podłączamy przewody początku i końca pętli (obrazek 5)&amp;nbsp;&amp;nbsp;&lt;/div&gt;&lt;div align=&quot;left&quot;&gt;Komentarz:&lt;/div&gt;&lt;div align=&quot;left&quot;&gt;Zwróć uwagę na długości żył kabla i żyły ochronnej, Przewody nie powinny być zbyt długie, aby uniknąć przypadkowych przywarć do styków&amp;nbsp;&lt;/div&gt;&lt;div align=&quot;left&quot;&gt;&lt;br&gt;&lt;/div&gt;&lt;div align=&quot;left&quot;&gt;Jeśli do czujki ma być podłączony wskaźnik zadziałania WZ-110, podłączamy go zgodnie z instrukcja (rysunke 6)&lt;/div&gt;&lt;div&gt;&lt;br&gt;&lt;/div&gt;" vertex="1">
          <mxGeometry height="430" width="330" x="2740" y="910" as="geometry" />
        </mxCell>
        <mxCell id="0qluF64Sdjj_I7BYTujH-2" parent="1" style="rounded=1;whiteSpace=wrap;html=1;fillColor=#b1ddf0;strokeColor=#10739e;" value="Jak podłączyć gniazdo DB-400, czujkę dymu i ciepła DMP-400 i wskaźnik WZ-110 z centralą ACSP-402 ?" vertex="1">
          <mxGeometry height="60" width="330" x="2740" y="40" as="geometry" />
        </mxCell>
        <mxCell id="0qluF64Sdjj_I7BYTujH-3" parent="1" style="rounded=1;whiteSpace=wrap;html=1;fillColor=#b1ddf0;strokeColor=#10739e;" value="&lt;div&gt;Widok na centralę z elementami na tablicy, stojący lektor wita się i mówi:&lt;/div&gt;&lt;div&gt;Witaj na kanale Satel&lt;/div&gt;&lt;div&gt;&lt;br&gt;&lt;/div&gt;&lt;div&gt;W dzisiejszym filmie, przedstawimy Wam rodzinę adresowalnych czujek dymu i ciepła, pokażemy także jak zamontować gniazdo, czujkę i wskaźnik zadziałania&amp;nbsp;&lt;/div&gt;" vertex="1">
          <mxGeometry height="200" width="330" x="2740" y="120" as="geometry" />
        </mxCell>
        <mxCell id="0qluF64Sdjj_I7BYTujH-4" parent="1" style="rounded=1;whiteSpace=wrap;html=1;align=left;fillColor=#b1ddf0;strokeColor=#10739e;" value="&lt;br&gt;&lt;div align=&quot;left&quot;&gt;&lt;span style=&quot;background-color: transparent; color: light-dark(rgb(0, 0, 0), rgb(255, 255, 255));&quot;&gt;Widok na czujkę DMP-400,&amp;nbsp;&lt;/span&gt;&lt;span style=&quot;background-color: transparent; color: light-dark(rgb(0, 0, 0), rgb(255, 255, 255));&quot;&gt;już bez widocznego lektora.&lt;/span&gt;&lt;/div&gt;&lt;div align=&quot;left&quot;&gt;&lt;span style=&quot;background-color: transparent; color: light-dark(rgb(0, 0, 0), rgb(255, 255, 255));&quot;&gt;Tekst lektora:&lt;/span&gt;&lt;/div&gt;&lt;div align=&quot;left&quot;&gt;&lt;span style=&quot;background-color: transparent; color: light-dark(rgb(0, 0, 0), rgb(255, 255, 255));&quot;&gt;Punktowa&lt;br&gt; wieledetektorowa czujka dymu i ciepła DMP-400 wykrywa pożary płomieniowe i bezpłomieniowe od TF1 do TF6 i TF8. Alarmy pożarowe generowane są z niezależnych detektorów dymu i ciepła oraz ze współpracy detektora ciepła i detektora dymu, w chwili pojawienia się temperatury, która nie pozwala na osiągniecie parametrów pozwalających na wygenerowanie pożaru, czułość detekcji dymu wzrasta.&amp;nbsp;&amp;nbsp;&lt;/span&gt;&lt;/div&gt;&lt;div align=&quot;left&quot;&gt;&lt;span style=&quot;background-color: transparent; color: light-dark(rgb(0, 0, 0), rgb(255, 255, 255));&quot;&gt;&lt;br&gt;&lt;/span&gt;&lt;/div&gt;&lt;div align=&quot;left&quot;&gt;&lt;div align=&quot;left&quot;&gt;&lt;span style=&quot;background-color: transparent; color: light-dark(rgb(0, 0, 0), rgb(255, 255, 255));&quot;&gt;Widok na czujkę DRP-400, &lt;/span&gt;&lt;span style=&quot;background-color: transparent; color: light-dark(rgb(0, 0, 0), rgb(255, 255, 255));&quot;&gt;już bez widocznego lektora.&lt;/span&gt;&lt;/div&gt;&lt;div align=&quot;left&quot;&gt;&lt;span style=&quot;background-color: transparent; color: light-dark(rgb(0, 0, 0), rgb(255, 255, 255));&quot;&gt;Tekst lektora:&lt;/span&gt;&lt;/div&gt;&lt;div align=&quot;left&quot;&gt;&lt;span style=&quot;background-color: transparent; color: light-dark(rgb(0, 0, 0), rgb(255, 255, 255));&quot;&gt;Rozproszeniowa&lt;br&gt; punktowa czujka dymu DRP-400 wykrywa pożary płomieniowe i bezpłomieniowe od TF2 do TF5 i TF8.&amp;nbsp;Podobnie jak czujka DMP-400 została&amp;nbsp;&lt;/span&gt;&lt;span style=&quot;background-color: transparent; color: light-dark(rgb(0, 0, 0), rgb(255, 255, 255));&quot;&gt;wyposażona&lt;br&gt; w funkcje kompensacji dryftu zabrudzenia, czyli mechanizm automatycznej korekty progu zadziałania wraz z postępującym zabrudzeniem komory &lt;br&gt;optycznej czujki dymu. Algorytm wykrywa systematyczne, powolne zabrudzanie komory optycznej czujki i dostosowuje próg zadziałania czujki w celu zachowania odpowiedniej czułości czujki.&amp;nbsp;&lt;/span&gt;&lt;/div&gt;&lt;/div&gt;&lt;div align=&quot;left&quot;&gt;&lt;br&gt;&lt;/div&gt;&lt;div align=&quot;left&quot;&gt;&lt;div align=&quot;left&quot;&gt;&lt;span style=&quot;background-color: transparent; color: light-dark(rgb(0, 0, 0), rgb(255, 255, 255));&quot;&gt;Widok na czujkę DCP-400, &lt;/span&gt;&lt;span style=&quot;background-color: transparent; color: light-dark(rgb(0, 0, 0), rgb(255, 255, 255));&quot;&gt;już bez widocznego lektora.&lt;/span&gt;&lt;/div&gt;&lt;div align=&quot;left&quot;&gt;&lt;span style=&quot;background-color: transparent; color: light-dark(rgb(0, 0, 0), rgb(255, 255, 255));&quot;&gt;Tekst lektora:&lt;/span&gt;&lt;/div&gt;&lt;div&gt;&lt;span style=&quot;background-color: transparent; color: light-dark(rgb(0, 0, 0), rgb(255, 255, 255));&quot;&gt;Punktowa czujka ciepła DCP-400 klasy&amp;nbsp; A1R&amp;nbsp;&lt;/span&gt;&lt;span style=&quot;background-color: transparent; color: light-dark(rgb(0, 0, 0), rgb(255, 255, 255));&quot;&gt;przeznaczona&amp;nbsp;&lt;br&gt; jest do wykrywania pożarów płomieniowych w których temperatura przy czujce jest w granicach od 55 do 65 C lub występuje duża prędkość narastania temperatur.&lt;/span&gt;&lt;/div&gt;&lt;/div&gt;&lt;div align=&quot;left&quot;&gt;&lt;br&gt;&lt;/div&gt;" vertex="1">
          <mxGeometry height="510" width="330" x="2740" y="350" as="geometry" />
        </mxCell>
        <mxCell id="0qluF64Sdjj_I7BYTujH-5" parent="1" style="rounded=1;whiteSpace=wrap;html=1;fillColor=#b1ddf0;strokeColor=#10739e;" value="Tekst Polski" vertex="1">
          <mxGeometry height="60" width="330" x="2740" y="-40" as="geometry" />
        </mxCell>
        <mxCell id="0qluF64Sdjj_I7BYTujH-6" parent="1" style="rounded=1;whiteSpace=wrap;html=1;fillColor=#bac8d3;strokeColor=#23445d;" value="Tekst Angielski" vertex="1">
          <mxGeometry height="60" width="330" x="3110" y="-40" as="geometry" />
        </mxCell>
        <mxCell id="0qluF64Sdjj_I7BYTujH-7" parent="1" style="rounded=1;whiteSpace=wrap;html=1;fillColor=#b0e3e6;strokeColor=#0e8088;" value="Scenariusz 3 - Adresowalne czujki dymu i ciepła" vertex="1">
          <mxGeometry height="60" width="700" x="2740" y="-120" as="geometry" />
        </mxCell>
        <mxCell id="0qluF64Sdjj_I7BYTujH-8" parent="1" style="rounded=1;whiteSpace=wrap;html=1;align=left;fillColor=#b1ddf0;strokeColor=#10739e;" value="&lt;div&gt;Chwilowy widok na gotową centralę, komentarz lektora:&lt;/div&gt;&lt;div&gt;1) W tym momencie czujka i wskaźnik zadziałania zostały poprawnie podłączony do centrali&lt;/div&gt;&lt;div&gt;2)&amp;nbsp;Oczywiście teraz pozostało nam identyfikacja &lt;br/&gt;urządzeń w systemie, ale na to zapraszamy do kolejnego odcinka&lt;/div&gt;&lt;div&gt;3)Jeśli materiał Ci się podobał, zostaw kciuk w górę. Masz uwagi, sugestie lub propozycje odcinka? Zostaw komentarz pod filmem. Dzięki za uwagę i do zobaczenia&lt;/div&gt;" vertex="1">
          <mxGeometry height="160" width="330" x="2740" y="1600" as="geometry" />
        </mxCell>
        <mxCell id="0qluF64Sdjj_I7BYTujH-9" parent="1" style="rounded=1;whiteSpace=wrap;html=1;fillColor=#b0e3e6;strokeColor=#0e8088;" value="Satel Fire jakaś animacja wieńcząca dzieło" vertex="1">
          <mxGeometry height="60" width="700" x="2740" y="1790" as="geometry" />
        </mxCell>
        <mxCell id="0qluF64Sdjj_I7BYTujH-10" parent="1" style="rounded=1;whiteSpace=wrap;html=1;align=left;fillColor=#bac8d3;strokeColor=#23445d;" value="&lt;div&gt;Chwilowy widok na gotową centralę, komentarz lektora:&lt;/div&gt;&lt;div&gt;1) At this moment, our sensor and indicator are correctly connected to the control panel&lt;/div&gt;&lt;div&gt;2)&amp;nbsp; Obviosly now all we have to is add our devices to the panel. But this will be covered in our next video.&lt;/div&gt;&lt;div&gt;3) If you liked this material, leave a thumbs up. Have a suggestion, video proposition ? Leave a comment and subscribe to this channel, not to miss next episode.Stay safe and see you in the next video&lt;/div&gt;" vertex="1">
          <mxGeometry height="160" width="330" x="3110" y="1600" as="geometry" />
        </mxCell>
        <mxCell id="0qluF64Sdjj_I7BYTujH-11" parent="1" style="rounded=1;whiteSpace=wrap;html=1;fillColor=#bac8d3;strokeColor=#23445d;" value="How to install DB-400 dectector base, DMP-400 smoke and heat detector and WZ-110 alarm indicator" vertex="1">
          <mxGeometry height="60" width="330" x="3110" y="40" as="geometry" />
        </mxCell>
        <mxCell id="0qluF64Sdjj_I7BYTujH-12" parent="1" style="rounded=1;whiteSpace=wrap;html=1;fillColor=#bac8d3;strokeColor=#23445d;" value="&lt;div&gt;Widok na centralę z elementami na tablicy, stojący lektor wita się i mówi:&lt;/div&gt;&lt;div&gt;&quot;Welcome to Satel channel&lt;/div&gt;&lt;div&gt;&lt;br&gt;&lt;/div&gt;&lt;div&gt;In today&#39;s video, we will present you family of addressable smoke and heat detectors, we will also show how to install detector base and connect alarm indicator&amp;nbsp;&lt;/div&gt;" vertex="1">
          <mxGeometry height="200" width="330" x="3110" y="120" as="geometry" />
        </mxCell>
        <mxCell id="0qluF64Sdjj_I7BYTujH-13" parent="1" style="rounded=1;whiteSpace=wrap;html=1;align=left;fillColor=#bac8d3;strokeColor=#23445d;" value="&lt;br&gt;&lt;div align=&quot;left&quot;&gt;&lt;span style=&quot;background-color: transparent; color: light-dark(rgb(0, 0, 0), rgb(255, 255, 255));&quot;&gt;Widok na czujkę DMP-400,&amp;nbsp;&lt;/span&gt;&lt;span style=&quot;background-color: transparent; color: light-dark(rgb(0, 0, 0), rgb(255, 255, 255));&quot;&gt;już bez widocznego lektora.&lt;/span&gt;&lt;/div&gt;&lt;div align=&quot;left&quot;&gt;&lt;span style=&quot;background-color: transparent; color: light-dark(rgb(0, 0, 0), rgb(255, 255, 255));&quot;&gt;&lt;br&gt;&lt;/span&gt;&lt;/div&gt;&lt;div align=&quot;left&quot;&gt;&lt;span style=&quot;background-color: transparent; color: light-dark(rgb(0, 0, 0), rgb(255, 255, 255));&quot;&gt;Multisensor smoke and heat detector DMP-400 detects fire and fireless danger in range from TF1 to TF6 and TF8 class.&lt;/span&gt;&lt;/div&gt;&lt;div align=&quot;left&quot;&gt;&lt;span style=&quot;background-color: transparent; color: light-dark(rgb(0, 0, 0), rgb(255, 255, 255));&quot;&gt;Fire alarms are generated independetly or as combination of smoke and heat sensor, which depends on situation on site.&lt;/span&gt;&lt;/div&gt;&lt;div align=&quot;left&quot;&gt;&lt;span style=&quot;background-color: transparent; color: light-dark(rgb(0, 0, 0), rgb(255, 255, 255));&quot;&gt;&lt;br&gt;&lt;/span&gt;&lt;/div&gt;&lt;div align=&quot;left&quot;&gt;&lt;span style=&quot;background-color: transparent; color: light-dark(rgb(0, 0, 0), rgb(255, 255, 255));&quot;&gt;Optical smoke detector DRP-400 detects fire and fireless danger from TF2 to TF5 and TF8 class. Similar to DMP-400, it has interactive sensitifity which automatically sets alarm threshold depending on contamination level in the optical chamber&lt;/span&gt;&lt;/div&gt;&lt;div align=&quot;left&quot;&gt;&lt;span style=&quot;background-color: transparent; color: light-dark(rgb(0, 0, 0), rgb(255, 255, 255));&quot;&gt;&lt;br&gt;&lt;/span&gt;&lt;/div&gt;&lt;div align=&quot;left&quot;&gt;&lt;span style=&quot;background-color: transparent; color: light-dark(rgb(0, 0, 0), rgb(255, 255, 255));&quot;&gt;Heat detector DCP-400 has A1R class of heat detection, It is dedicated to recognize fire danger in range of 55-65 C degrees or in rapid temperature increase.&lt;/span&gt;&lt;/div&gt;&lt;div align=&quot;left&quot;&gt;&lt;span style=&quot;background-color: transparent; color: light-dark(rgb(0, 0, 0), rgb(255, 255, 255));&quot;&gt;&lt;br&gt;&lt;/span&gt;&lt;/div&gt;" vertex="1">
          <mxGeometry height="509" width="330" x="3110" y="351" as="geometry" />
        </mxCell>
        <mxCell id="0qluF64Sdjj_I7BYTujH-14" parent="1" style="rounded=1;whiteSpace=wrap;html=1;align=left;fillColor=#bac8d3;strokeColor=#23445d;" value="&lt;br&gt;&lt;div align=&quot;left&quot;&gt;&lt;div&gt;&lt;span style=&quot;background-color: transparent; color: light-dark(rgb(0, 0, 0), rgb(255, 255, 255));&quot;&gt;&lt;br&gt;&lt;/span&gt;&lt;/div&gt;&lt;/div&gt;&lt;div align=&quot;left&quot;&gt;Widok na gniazdo i przewody, czujka i WZ leżą obok, już bez widocznego &lt;br&gt;lektora, można strzałkami pokazywać lub śrubokrętem lokalizację złączy&lt;/div&gt;&lt;div align=&quot;left&quot;&gt;&lt;br&gt;&lt;/div&gt;&lt;div align=&quot;left&quot;&gt;To properly install detector, follow on site&#39;s installation project and check manual attached&lt;/div&gt;&lt;div align=&quot;left&quot;&gt;&lt;br&gt;&lt;/div&gt;&lt;div align=&quot;left&quot;&gt;1. Mount the DB-400 base to the ceiling and prepare wires. The wires can be run through bottom or side of the base (fig 1 and 2)&lt;/div&gt;&lt;div align=&quot;left&quot;&gt;It is also possible to use additional industrial base PDB-400 (fig3)&lt;/div&gt;&lt;div align=&quot;left&quot;&gt;2. We connect the wires to the loop terminals (fig5)&lt;/div&gt;&lt;div align=&quot;left&quot;&gt;Pay attention to the length of the wires, both loop and shield. They can&#39;t be too long to avoid random short circuits&lt;/div&gt;&lt;div align=&quot;left&quot;&gt;3. If it is needed to connect alarm indicator WZ-110, use terminals 1 and 2 (fig7)&lt;/div&gt;&lt;div&gt;&lt;br&gt;&lt;br&gt;&lt;/div&gt;" vertex="1">
          <mxGeometry height="430" width="330" x="3110" y="910" as="geometry" />
        </mxCell>
        <mxCell id="0qluF64Sdjj_I7BYTujH-15" parent="1" style="rounded=1;whiteSpace=wrap;html=1;align=left;fillColor=#b1ddf0;strokeColor=#10739e;" value="&lt;div&gt;Aby poprawnie zamontować czujkę, w pomieszczeniu które chcesz chronić wybierz miejsce na suficie możliwie jak najbliżej środka. Czujka powinna być instalowana w pomieszczeniach zamkniętych, o normalnej wilgotności powietrza. Nie instaluj czujki na zewnątrz.&lt;/div&gt;&lt;div&gt;&lt;br&gt;&lt;/div&gt;&lt;div&gt;Zalecenia instalacyjne znajdziesz w dołączonej instrukcji&lt;/div&gt;&lt;div&gt;&lt;br&gt;&lt;/div&gt;&lt;div&gt;1. Zdejmij plastikową osłonę przeciwpyłową (nie wyrzucaj jej, może przydać się w trakcie remontu)&lt;/div&gt;&lt;div&gt;2. Zdejmij pokrywę czujki i przymocuj podstawę do sufitu przy użyciu kołków montażowych&amp;nbsp;&lt;/div&gt;&lt;div&gt;3. Zamontuj baterię w czujce i założ pokrywę. Pamietaj - nie zamontujesz czujki bez włożonej baterii cR123A&lt;/div&gt;&lt;div&gt;4. Wciśnij przycisk i sprawdź działanie czujki. Po chwili usłyszysz alarm pożarowy. Wciśnij ponownie przycisk, aby skasować alarm.&lt;/div&gt;&lt;div&gt;Uwaga: Przez 5 minut po skasowaniu alarmu pożarowego, funkcja wykrywania dymu jest zablokowana&lt;/div&gt;&lt;div&gt;&lt;br&gt;&lt;/div&gt;&lt;div&gt;Warto wiedzieć:&lt;/div&gt;&lt;div&gt;Wskaźniki LED i sygnalizator dźwiękowy sygnalizują:&lt;/div&gt;&lt;div&gt;- alarm pożarowy - świecenie i ciągły dzwięk przez 5 minut&lt;/div&gt;&lt;div&gt;- słabą baterię - 3 krótkie błyski/dźwięki co 30 sekund. Czujka powinna w takim trybie wytrzymać do 2 tygodni pracy&lt;/div&gt;&lt;div&gt;- zabrudzenie komory dymu - 2 błyski co 30 sekund, bez dźwięku&lt;/div&gt;&lt;div&gt;&lt;br&gt;&lt;/div&gt;&lt;div&gt;Aby wyczuścić komorę dymu:&lt;/div&gt;&lt;div&gt;1. Zdejmij czujkę z podstawy i wyjmiij baterię&lt;/div&gt;&lt;div&gt;2. Odłącz wtyczkę sygnalizatora, po czym odchyl blokadę i przekręć moduł elektroniki w kierunku przeciwnym od ruchu wskazówek zegara&lt;/div&gt;&lt;div&gt;3. Odchyl zaczep i zdejmij pokrywę komory dymu&lt;/div&gt;&lt;div&gt;4. Wyczyść pędzelkiem lub sprężonym powietrzem oba elementy. Zwróc uwagę na zagłębienia, w których są diody - muszą być czyste&lt;/div&gt;&lt;div&gt;5. Złóż urządzenie, włóż baterię i przetestuj działanie&lt;/div&gt;" vertex="1">
          <mxGeometry height="650" width="330" x="3570" y="910" as="geometry" />
        </mxCell>
        <mxCell id="0qluF64Sdjj_I7BYTujH-16" parent="1" style="rounded=1;whiteSpace=wrap;html=1;fillColor=#b1ddf0;strokeColor=#10739e;" value="SDA-250 -autonomiczna czujka dymu. Montaż i obsługa" vertex="1">
          <mxGeometry height="60" width="330" x="3570" y="40" as="geometry" />
        </mxCell>
        <mxCell id="0qluF64Sdjj_I7BYTujH-17" parent="1" style="rounded=1;whiteSpace=wrap;html=1;fillColor=#b1ddf0;strokeColor=#10739e;" value="&lt;div&gt;Widok na czujkę zamontowaną na a&#39;la suficie, robimy prawdziwy dym i czujka zaczyna sygnalizować alarm, po czym następuje powolne cięcie i dalsza treść&lt;/div&gt;&lt;div&gt;&lt;br&gt;&lt;/div&gt;&lt;div&gt;Witaj na kanale Satel&lt;/div&gt;&lt;div&gt;Całe szczęście w naszym studio była obecna czujka, która ostrzegła nas przed zagrożeniem pożarowym.&lt;/div&gt;&lt;div&gt;W dzisiejszym filmie, przedstawimy Wam jak poprawnie zamontować i obsługiwać autonomiczną czuję dymu w Twoim mieszkaniu.&lt;/div&gt;" vertex="1">
          <mxGeometry height="200" width="330" x="3570" y="120" as="geometry" />
        </mxCell>
        <mxCell id="0qluF64Sdjj_I7BYTujH-18" parent="1" style="rounded=1;whiteSpace=wrap;html=1;align=left;fillColor=#b1ddf0;strokeColor=#10739e;" value="Z myślą o bezpieczeństwie Satel stworzył niezawodną i łatwą w użyciu, autonomiczną czujke dymu SDA-250. Urządzenie spełnia restrykcyjne wymogi normy EN 14604 i tym samym zapewnia precyzyjny pomiar i natychmiastową reakcję na zagrożenie. Na jednej baterii może pracować nawet 10 lat, co daje Ci spokój na długie lata." vertex="1">
          <mxGeometry height="280" width="330" x="3570" y="350" as="geometry" />
        </mxCell>
        <mxCell id="0qluF64Sdjj_I7BYTujH-19" parent="1" style="rounded=1;whiteSpace=wrap;html=1;fillColor=#b1ddf0;strokeColor=#10739e;" value="Tekst Polski" vertex="1">
          <mxGeometry height="60" width="330" x="3570" y="-40" as="geometry" />
        </mxCell>
        <mxCell id="0qluF64Sdjj_I7BYTujH-20" parent="1" style="rounded=1;whiteSpace=wrap;html=1;fillColor=#bac8d3;strokeColor=#23445d;" value="Tekst Angielski" vertex="1">
          <mxGeometry height="60" width="330" x="3940" y="-40" as="geometry" />
        </mxCell>
        <mxCell id="0qluF64Sdjj_I7BYTujH-21" parent="1" style="rounded=1;whiteSpace=wrap;html=1;fillColor=#b0e3e6;strokeColor=#0e8088;" value="Scenariusz 4 - SDA-250" vertex="1">
          <mxGeometry height="60" width="700" x="3570" y="-120" as="geometry" />
        </mxCell>
        <mxCell id="0qluF64Sdjj_I7BYTujH-22" parent="1" style="rounded=1;whiteSpace=wrap;html=1;align=left;fillColor=#b1ddf0;strokeColor=#10739e;" value="&lt;div&gt;Widok na czujkę na suficie, komentarz lektora:&lt;/div&gt;&lt;div&gt;1) Czujka jest znowu gotowa do pracy&amp;nbsp;&lt;/div&gt;&lt;div&gt;2) Dzięki temu prostemu urządzeniu, wielokrotnie wzrasta szansa na wykrycie pożaru w jego wczesnej fazie.&amp;nbsp;&lt;/div&gt;&lt;div&gt;3)Jeśli materiał Ci się podobał, zostaw kciuk w górę. Masz uwagi, sugestie lub propozycje odcinka? Zostaw komentarz pod filmem. Dzięki za uwagę i do zobaczenia&lt;/div&gt;" vertex="1">
          <mxGeometry height="160" width="330" x="3570" y="1600" as="geometry" />
        </mxCell>
        <mxCell id="0qluF64Sdjj_I7BYTujH-23" parent="1" style="rounded=1;whiteSpace=wrap;html=1;fillColor=#b0e3e6;strokeColor=#0e8088;" value="Satel Fire jakaś animacja wieńcząca dzieło" vertex="1">
          <mxGeometry height="60" width="700" x="3570" y="1790" as="geometry" />
        </mxCell>
        <mxCell id="0qluF64Sdjj_I7BYTujH-24" parent="1" style="rounded=1;whiteSpace=wrap;html=1;align=left;fillColor=#bac8d3;strokeColor=#23445d;" value="&lt;div&gt;Chwilowy widok na gotową centralę, komentarz lektora:&lt;/div&gt;&lt;div&gt;1) At this moment, our detector is ready again&lt;/div&gt;&lt;div&gt;2)&amp;nbsp; Thanks to this simple device, chance of avoiding fatal damage increases expodentially&lt;/div&gt;&lt;div&gt;3) If you liked this material, leave a thumbs up. Have a suggestion, video proposition ? Leave a comment and subscribe to this channel, not to miss next episode.Stay safe and see you in the next video&lt;/div&gt;" vertex="1">
          <mxGeometry height="160" width="330" x="3940" y="1600" as="geometry" />
        </mxCell>
        <mxCell id="0qluF64Sdjj_I7BYTujH-25" parent="1" style="rounded=1;whiteSpace=wrap;html=1;fillColor=#bac8d3;strokeColor=#23445d;" value="SDA-250 - standalone smoke detector. Installation and maintance" vertex="1">
          <mxGeometry height="60" width="330" x="3940" y="40" as="geometry" />
        </mxCell>
        <mxCell id="0qluF64Sdjj_I7BYTujH-26" parent="1" style="rounded=1;whiteSpace=wrap;html=1;fillColor=#bac8d3;strokeColor=#23445d;" value="&lt;div&gt;Widok na czujkę zamontowaną na a&#39;la suficie, robimy prawdziwy dym i czujka zaczyna sygnalizować alarm, po czym następuje powolne cięcie i dalsza treść&lt;/div&gt;&lt;div&gt;&lt;br&gt;&lt;/div&gt;&lt;div&gt;Welcome to Satel channel&lt;/div&gt;&lt;div&gt;Fortuantelly, we had a detector in our studio, which had warned us about fire danger.&lt;/div&gt;&lt;div&gt;In today&#39;s video, we will show you how to properly install and use standalone smoke detector in your home&amp;nbsp;&lt;/div&gt;" vertex="1">
          <mxGeometry height="200" width="330" x="3940" y="120" as="geometry" />
        </mxCell>
        <mxCell id="0qluF64Sdjj_I7BYTujH-27" parent="1" style="rounded=1;whiteSpace=wrap;html=1;align=left;fillColor=#bac8d3;strokeColor=#23445d;" value="Having your safety in mind, Satel have designed reliable and easy to use, standalone smoke detector SA-250. The device meets strict EN 14604 norm requirements and therefore gives its user precise detection and immediate reaction to fire danger. It works up to 10 yeard on a single battery, which let&#39;s you stay safe for an extended period of time" vertex="1">
          <mxGeometry height="280" width="330" x="3940" y="350" as="geometry" />
        </mxCell>
        <mxCell id="0qluF64Sdjj_I7BYTujH-28" parent="1" style="rounded=1;whiteSpace=wrap;html=1;align=left;fillColor=#bac8d3;strokeColor=#23445d;" value="&lt;div&gt;To properly install detector, chose celing location as close as possible to the center of the room. The detector should be installed indoors, in spaces wirh normal air humidity. Do not install the detector outdoors.&lt;/div&gt;&lt;div&gt;&lt;br&gt;&lt;/div&gt;&lt;div&gt;All installation tips can be found in manual attached&lt;/div&gt;&lt;div&gt;&lt;br&gt;&lt;/div&gt;&lt;div&gt;1. Remove the plastic dust cover (do not throw it away, may be useful during renovation and dusty works)&lt;/div&gt;&lt;div&gt;2. Remove detector from base and mount the base to the ceiling using anchors or screws&lt;/div&gt;&lt;div&gt;3. Install the CR123A battery and twist detector to install it. Important: The detector can&#39;t be installed without battery&lt;/div&gt;&lt;div&gt;4. Press the test/reset button and check if the device is working. A fire alarm should be generated. Press again to clear the alarm&lt;/div&gt;&lt;div&gt;Important: The smoke detection function will be blocked for 5 minutes after the alarm is cleared.&lt;/div&gt;&lt;div&gt;&lt;br&gt;&lt;/div&gt;&lt;div&gt;Good to know:&lt;/div&gt;&lt;div&gt;LED indicator and sounder indicates:&lt;/div&gt;&lt;div&gt;- fire alarm - continous beep and LED on for 5 minutes&lt;/div&gt;&lt;div&gt;- low battery - 3 short flashes and 3 short beeps every 30 seconds&lt;/div&gt;&lt;div&gt;- dirty smoke chamber - 2 short flashes every 30 seconds, no beep&lt;/div&gt;&lt;div&gt;&lt;br&gt;&lt;/div&gt;&lt;div&gt;To clear dirty smoke chamber:&lt;/div&gt;&lt;div&gt;1. Remove cover from the base and remove the battery&lt;/div&gt;&lt;div&gt;2. Disconnect the sounder plug, then pull the release lever and turn whole electronics module counter-clockwise&lt;/div&gt;&lt;div&gt;3. Release the mounting catch and remove the smoke chamber cover&lt;/div&gt;&lt;div&gt;4. Using a soft brush or compressed air, clean the labyrinth in the cover, as well as the base of the smoke chamber. Pay attention to the recesses where LEDs are installed.&lt;br&gt;8. Put the device together, put the battery in and use test/reset button&lt;/div&gt;" vertex="1">
          <mxGeometry height="650" width="330" x="3940" y="910" as="geometry" />
        </mxCell>
        <mxCell id="0qluF64Sdjj_I7BYTujH-29" parent="1" style="rounded=1;whiteSpace=wrap;html=1;align=left;fillColor=#b1ddf0;strokeColor=#10739e;" value="&lt;div style=&quot;display: inline-block; font-size: 12px; font-family: Helvetica; color: light-dark(#000000, #ffffff); line-height: 1.2; pointer-events: all; white-space: normal; word-wrap: normal;&quot;&gt;&amp;nbsp;&amp;nbsp;&lt;/div&gt;&lt;br&gt;&lt;div&gt;&lt;br&gt;&lt;/div&gt;&lt;div&gt;Sposób podłączenia:&lt;div style=&quot;forced-color-adjust: none; box-shadow: none !important;&quot;&gt;1.Z centrali P.Poż. wyprowadzamy przewód wielożyłowy służący do podłączenia wejść i wyjść pomiędzy urządzeniami, oraz przewod zasilającego 230V&lt;/div&gt;&lt;div style=&quot;forced-color-adjust: none; box-shadow: none !important;&quot;&gt;2. Wprowadzamy przewód do obudowy OPU-4 lub 3P i montujemy ją przy centrali&lt;/div&gt;&lt;div style=&quot;forced-color-adjust: none; box-shadow: none !important;&quot;&gt;3. Montujemy moduł komunikacyjny GSM-X, GPRS-A&lt;/div&gt;&lt;div style=&quot;forced-color-adjust: none; box-shadow: none !important;&quot;&gt;4. W obudowie montujemy zasilacz APS-412&lt;/div&gt;&lt;div style=&quot;forced-color-adjust: none; box-shadow: none !important;&quot;&gt;5. Podłączamy kabel zasilający 230V do zasilacza APS-412 a następnie do przewodu zasilającego centralę&lt;/div&gt;&lt;div style=&quot;forced-color-adjust: none; box-shadow: none !important;&quot;&gt;6. Podłączamy przewód 3-żyłowy pomiędzy zasilaczem a modułem, podłączany&amp;nbsp;przewód akumulatorowy do zasilacza a następnie do akumulatora&lt;/div&gt;&lt;div style=&quot;forced-color-adjust: none; box-shadow: none !important;&quot;&gt;7.Używając kabla wielożyłowego podłączamy wyjścia przekaźnikowe w centrali do wejść w module, oraz wyjście z modułu które będzie informowało o uszkodzeniu modułu do wejścia kontrolnego w centrali&lt;/div&gt;&lt;div style=&quot;forced-color-adjust: none; box-shadow: none !important;&quot;&gt;8. Konfigurujemy centralę oraz moduł&amp;nbsp;&lt;/div&gt;&lt;div style=&quot;forced-color-adjust: none; box-shadow: none !important;&quot;&gt;&lt;b&gt;W trakcie nagrania lektor pokazuje ustawienia wybrane w aplikacji&lt;/b&gt;&lt;/div&gt;&lt;div style=&quot;forced-color-adjust: none; box-shadow: none !important;&quot;&gt;9. Testujemy zaprogramowaną funkcjonalność wywołując alarm, uszkodzenie na centrali oraz uszkodzenie w samym module.&lt;/div&gt;&lt;br&gt;&lt;/div&gt;" vertex="1">
          <mxGeometry height="650" width="330" x="4410" y="910" as="geometry" />
        </mxCell>
        <mxCell id="0qluF64Sdjj_I7BYTujH-30" parent="1" style="rounded=1;whiteSpace=wrap;html=1;fillColor=#b1ddf0;strokeColor=#10739e;" value="&lt;br&gt;&lt;div style=&quot;display: inline-block; font-size: 12px; font-family: Helvetica; color: light-dark(#000000, #ffffff); line-height: 1.2; pointer-events: all; white-space: normal; word-wrap: normal;&quot;&gt;GSM-X, GPRS-A - podłączenie modułów do centrali ACSP-402, montaż i konfiguracja&lt;/div&gt;&lt;div&gt;&lt;br/&gt;&lt;/div&gt;" vertex="1">
          <mxGeometry height="60" width="330" x="4410" y="40" as="geometry" />
        </mxCell>
        <mxCell id="0qluF64Sdjj_I7BYTujH-31" parent="1" style="rounded=1;whiteSpace=wrap;html=1;fillColor=#b1ddf0;strokeColor=#10739e;" value="&lt;div&gt;Widok na moduły:&amp;nbsp;&lt;/div&gt;&lt;div&gt;&lt;br&gt;&lt;/div&gt;&lt;div style=&quot;display: inline-block; font-size: 12px; font-family: Helvetica; color: light-dark(#000000, #ffffff); line-height: 1.2; pointer-events: all; white-space: normal; word-wrap: normal;&quot;&gt;&lt;br&gt;&lt;/div&gt;&lt;div style=&quot;display: inline-block; font-size: 12px; font-family: Helvetica; color: light-dark(#000000, #ffffff); line-height: 1.2; pointer-events: all; white-space: normal; word-wrap: normal;&quot;&gt;&lt;br&gt;&lt;/div&gt;&lt;div style=&quot;display: inline-block; font-size: 12px; font-family: Helvetica; color: light-dark(#000000, #ffffff); line-height: 1.2; pointer-events: all; white-space: normal; word-wrap: normal;&quot;&gt;&lt;br&gt;&lt;/div&gt;&lt;div style=&quot;display: inline-block; font-size: 12px; font-family: Helvetica; color: light-dark(#000000, #ffffff); line-height: 1.2; pointer-events: all; white-space: normal; word-wrap: normal;&quot;&gt;&lt;br&gt;&lt;/div&gt;&lt;div style=&quot;display: inline-block; font-size: 12px; font-family: Helvetica; color: light-dark(#000000, #ffffff); line-height: 1.2; pointer-events: all; white-space: normal; word-wrap: normal;&quot;&gt;&lt;br&gt;&lt;/div&gt;&lt;div style=&quot;display: inline-block; font-size: 12px; font-family: Helvetica; color: light-dark(#000000, #ffffff); line-height: 1.2; pointer-events: all; white-space: normal; word-wrap: normal;&quot;&gt;&lt;br&gt;&lt;/div&gt;&lt;div style=&quot;display: inline-block; font-size: 12px; font-family: Helvetica; color: light-dark(#000000, #ffffff); line-height: 1.2; pointer-events: all; white-space: normal; word-wrap: normal;&quot;&gt;&lt;br&gt;&lt;/div&gt;&lt;div style=&quot;display: inline-block; font-size: 12px; font-family: Helvetica; color: light-dark(#000000, #ffffff); line-height: 1.2; pointer-events: all; white-space: normal; word-wrap: normal;&quot;&gt;Witaj na kanale Satel&lt;/div&gt;&lt;div&gt;Dziś przedstawimy&amp;nbsp;sposób podłączenia modułów GSM i GPRS do centrali pożarowej ACSP-402. Wyjaśnimy też różnice pomiędzy pracą z modułami i centralą&lt;/div&gt;" vertex="1">
          <mxGeometry height="200" width="330" x="4410" y="120" as="geometry" />
        </mxCell>
        <mxCell id="0qluF64Sdjj_I7BYTujH-32" parent="1" style="rounded=1;whiteSpace=wrap;html=1;align=left;fillColor=#b1ddf0;strokeColor=#10739e;" value="&lt;div&gt;Moduł GSM-X oraz GRPS-A to uniwersalne moduły komunikacyjne.Wykorzystamy je dzisiaj do przesłania informacji o alarmie pożarowym i uszkodzeniach na nasz telefon&lt;div style=&quot;display: inline-block; font-size: 12px; font-family: Helvetica; color: light-dark(#000000, #ffffff); line-height: 1.2; pointer-events: all; white-space: normal; word-wrap: normal;&quot;&gt;Stosując moduły, możemy zapewnić dodatkową kontrolę nad systemem pożarowym, poprzez:&lt;/div&gt;&lt;/div&gt;&lt;div&gt;&lt;div style=&quot;display: inline-block; font-size: 12px; font-family: Helvetica; color: light-dark(#000000, #ffffff); line-height: 1.2; pointer-events: all; white-space: normal; word-wrap: normal;&quot;&gt;a) powiadomienie głosowe, sms, clip w module GSM-X&lt;/div&gt;&lt;/div&gt;&lt;div&gt;&lt;div style=&quot;display: inline-block; font-size: 12px; font-family: Helvetica; color: light-dark(#000000, #ffffff); line-height: 1.2; pointer-events: all; white-space: normal; word-wrap: normal;&quot;&gt;B) sms i clip w module GPRS-A.&lt;/div&gt;&lt;/div&gt;" vertex="1">
          <mxGeometry height="280" width="330" x="4410" y="350" as="geometry" />
        </mxCell>
        <mxCell id="0qluF64Sdjj_I7BYTujH-33" parent="1" style="rounded=1;whiteSpace=wrap;html=1;fillColor=#b1ddf0;strokeColor=#10739e;" value="Tekst Polski" vertex="1">
          <mxGeometry height="60" width="330" x="4410" y="-40" as="geometry" />
        </mxCell>
        <mxCell id="0qluF64Sdjj_I7BYTujH-34" parent="1" style="rounded=1;whiteSpace=wrap;html=1;fillColor=#bac8d3;strokeColor=#23445d;" value="Tekst Angielski" vertex="1">
          <mxGeometry height="60" width="330" x="4780" y="-40" as="geometry" />
        </mxCell>
        <mxCell id="0qluF64Sdjj_I7BYTujH-35" parent="1" style="rounded=1;whiteSpace=wrap;html=1;fillColor=#b0e3e6;strokeColor=#0e8088;" value="Scenariusz 5 - GSM-X i ACSP-402" vertex="1">
          <mxGeometry height="60" width="700" x="4410" y="-120" as="geometry" />
        </mxCell>
        <mxCell id="0qluF64Sdjj_I7BYTujH-36" parent="1" style="rounded=1;whiteSpace=wrap;html=1;align=left;fillColor=#b1ddf0;strokeColor=#10739e;" value="&lt;div&gt;Widok na centralę i moduł na ścianie, komentarz lektora:&lt;/div&gt;&lt;div&gt;1) Nasz moduł został poprawnie podłączony i skonfigurowany&lt;/div&gt;&lt;div&gt;2) Mamy teraz możliwość uzyskania natychmiastowej informacji o alarmach i uszkodzeniach na zabezpieczonym obiekcie&amp;nbsp;&lt;/div&gt;&lt;div&gt;3)Jeśli materiał Ci się podobał, zostaw kciuk w górę. Masz uwagi, sugestie lub propozycje odcinka? Zostaw komentarz pod filmem. Dzięki za uwagę i do zobaczenia&lt;/div&gt;" vertex="1">
          <mxGeometry height="160" width="330" x="4410" y="1600" as="geometry" />
        </mxCell>
        <mxCell id="0qluF64Sdjj_I7BYTujH-37" parent="1" style="rounded=1;whiteSpace=wrap;html=1;fillColor=#b0e3e6;strokeColor=#0e8088;" value="Satel Fire jakaś animacja wieńcząca dzieło" vertex="1">
          <mxGeometry height="60" width="700" x="4410" y="1790" as="geometry" />
        </mxCell>
        <mxCell id="0qluF64Sdjj_I7BYTujH-38" parent="1" style="rounded=1;whiteSpace=wrap;html=1;align=left;fillColor=#bac8d3;strokeColor=#23445d;" value="&lt;div&gt;Widok na centralę i moduł na ścianie, komentarz lektora:&lt;/div&gt;&lt;div&gt;1) Our module is now properly connected and configured&lt;/div&gt;&lt;div&gt;2) From now on, we are able to immediately recieve information about alarms and fault on supervised property&lt;/div&gt;&lt;div&gt;3) If you liked this material, leave a thumbs up. Have a suggestion, video proposition ? Leave a comment and subscribe to this channel, not to miss next episode.Stay safe and see you in the next video&lt;/div&gt;" vertex="1">
          <mxGeometry height="160" width="330" x="4780" y="1600" as="geometry" />
        </mxCell>
        <mxCell id="0qluF64Sdjj_I7BYTujH-39" parent="1" style="rounded=1;whiteSpace=wrap;html=1;fillColor=#bac8d3;strokeColor=#23445d;" value="&lt;br&gt;&lt;div style=&quot;display: inline-block; font-size: 12px; font-family: Helvetica; color: light-dark(#000000, #ffffff); line-height: 1.2; pointer-events: all; white-space: normal; word-wrap: normal;&quot;&gt;GSM-X, GPRS-A - connecting module to control panel ACSP-402, installation and configuration&lt;/div&gt;&lt;div&gt;&lt;br/&gt;&lt;/div&gt;" vertex="1">
          <mxGeometry height="60" width="330" x="4780" y="40" as="geometry" />
        </mxCell>
        <mxCell id="0qluF64Sdjj_I7BYTujH-40" parent="1" style="rounded=1;whiteSpace=wrap;html=1;fillColor=#bac8d3;strokeColor=#23445d;" value="&lt;div&gt;Widok na moduły:&amp;nbsp;&lt;/div&gt;&lt;div&gt;&lt;br&gt;&lt;/div&gt;&lt;div style=&quot;display: inline-block; font-size: 12px; font-family: Helvetica; color: light-dark(#000000, #ffffff); line-height: 1.2; pointer-events: all; white-space: normal; word-wrap: normal;&quot;&gt;&lt;br&gt;&lt;/div&gt;&lt;div style=&quot;display: inline-block; font-size: 12px; font-family: Helvetica; color: light-dark(#000000, #ffffff); line-height: 1.2; pointer-events: all; white-space: normal; word-wrap: normal;&quot;&gt;&lt;br&gt;&lt;/div&gt;&lt;div style=&quot;display: inline-block; font-size: 12px; font-family: Helvetica; color: light-dark(#000000, #ffffff); line-height: 1.2; pointer-events: all; white-space: normal; word-wrap: normal;&quot;&gt;&lt;br&gt;&lt;/div&gt;&lt;div style=&quot;display: inline-block; font-size: 12px; font-family: Helvetica; color: light-dark(#000000, #ffffff); line-height: 1.2; pointer-events: all; white-space: normal; word-wrap: normal;&quot;&gt;&lt;br&gt;&lt;/div&gt;&lt;div style=&quot;display: inline-block; font-size: 12px; font-family: Helvetica; color: light-dark(#000000, #ffffff); line-height: 1.2; pointer-events: all; white-space: normal; word-wrap: normal;&quot;&gt;&lt;br&gt;&lt;/div&gt;&lt;div style=&quot;display: inline-block; font-size: 12px; font-family: Helvetica; color: light-dark(#000000, #ffffff); line-height: 1.2; pointer-events: all; white-space: normal; word-wrap: normal;&quot;&gt;&lt;br&gt;&lt;/div&gt;&lt;div style=&quot;display: inline-block; font-size: 12px; font-family: Helvetica; color: light-dark(#000000, #ffffff); line-height: 1.2; pointer-events: all; white-space: normal; word-wrap: normal;&quot;&gt;&lt;br&gt;&lt;/div&gt;&lt;div style=&quot;display: inline-block; font-size: 12px; font-family: Helvetica; color: light-dark(#000000, #ffffff); line-height: 1.2; pointer-events: all; white-space: normal; word-wrap: normal;&quot;&gt;Welcome to Satel channel&lt;br&gt;Today we will show you how to connect GSM and GPRS module to control panel ACSP-402. We will also cover difference between its cooperation&lt;/div&gt;" vertex="1">
          <mxGeometry height="200" width="330" x="4780" y="120" as="geometry" />
        </mxCell>
        <mxCell id="0qluF64Sdjj_I7BYTujH-41" parent="1" style="rounded=1;whiteSpace=wrap;html=1;align=left;fillColor=#bac8d3;strokeColor=#23445d;" value="&lt;div&gt;GSM-X and GPRS-A are universal communication modules. We will use them today to send information about fire alarm and faults to our mobile phone&lt;/div&gt;&lt;div&gt;Thanks to this, we are able to provide additional control over our fire system, using:&lt;/div&gt;&lt;div&gt;a) voice, sms and clip messages in GSM-X moduke&lt;/div&gt;&lt;div&gt;b) sms and clip messages in GPRS-A module&lt;/div&gt;&lt;div&gt;&lt;br&gt;&lt;/div&gt;" vertex="1">
          <mxGeometry height="280" width="330" x="4780" y="350" as="geometry" />
        </mxCell>
        <mxCell id="0qluF64Sdjj_I7BYTujH-42" parent="1" style="rounded=1;whiteSpace=wrap;html=1;align=left;fillColor=#bac8d3;strokeColor=#23445d;" value="&lt;div&gt;How to connect:&lt;/div&gt;&lt;div&gt;1. Transfer multicore cable from ACSP-402, which will be used for INs and OUTs terminal connections between modules and fire panels. Also transfer 230V power cord.&lt;/div&gt;&lt;div&gt;2. Prepare wires and install OPU-4 or OPU-3P enclosure close to ACSP-402 panel&lt;/div&gt;&lt;div&gt;3. Install GSM/GPRS module and APS-412 power supply&lt;/div&gt;&lt;div&gt;4. Connect 230V power wire to APS-412, then connect it to power wire in ACSP-402&lt;/div&gt;&lt;div&gt;5. Connect power supply and module with 3core cable&lt;/div&gt;&lt;div&gt;6. Connect battery wire to power supply and then to battery&lt;/div&gt;&lt;div&gt;7. Using multicore cable, connect output relays in control panel to Inputs in GSM/GPRS module. Connect module outputs to control panel inputs for fault control information&lt;/div&gt;&lt;div&gt;8. Configure fire panel and module&lt;/div&gt;&lt;div&gt;TUTAJ KROK PO KROKU&lt;/div&gt;&lt;div&gt;9. Test your configuration and its functionality, making sample fire alarm, fault on fire panel and also on module&amp;nbsp;&lt;/div&gt;" vertex="1">
          <mxGeometry height="650" width="330" x="4780" y="910" as="geometry" />
        </mxCell>
      </root>
    </mxGraphModel>
  </diagram>
</mxfile>
